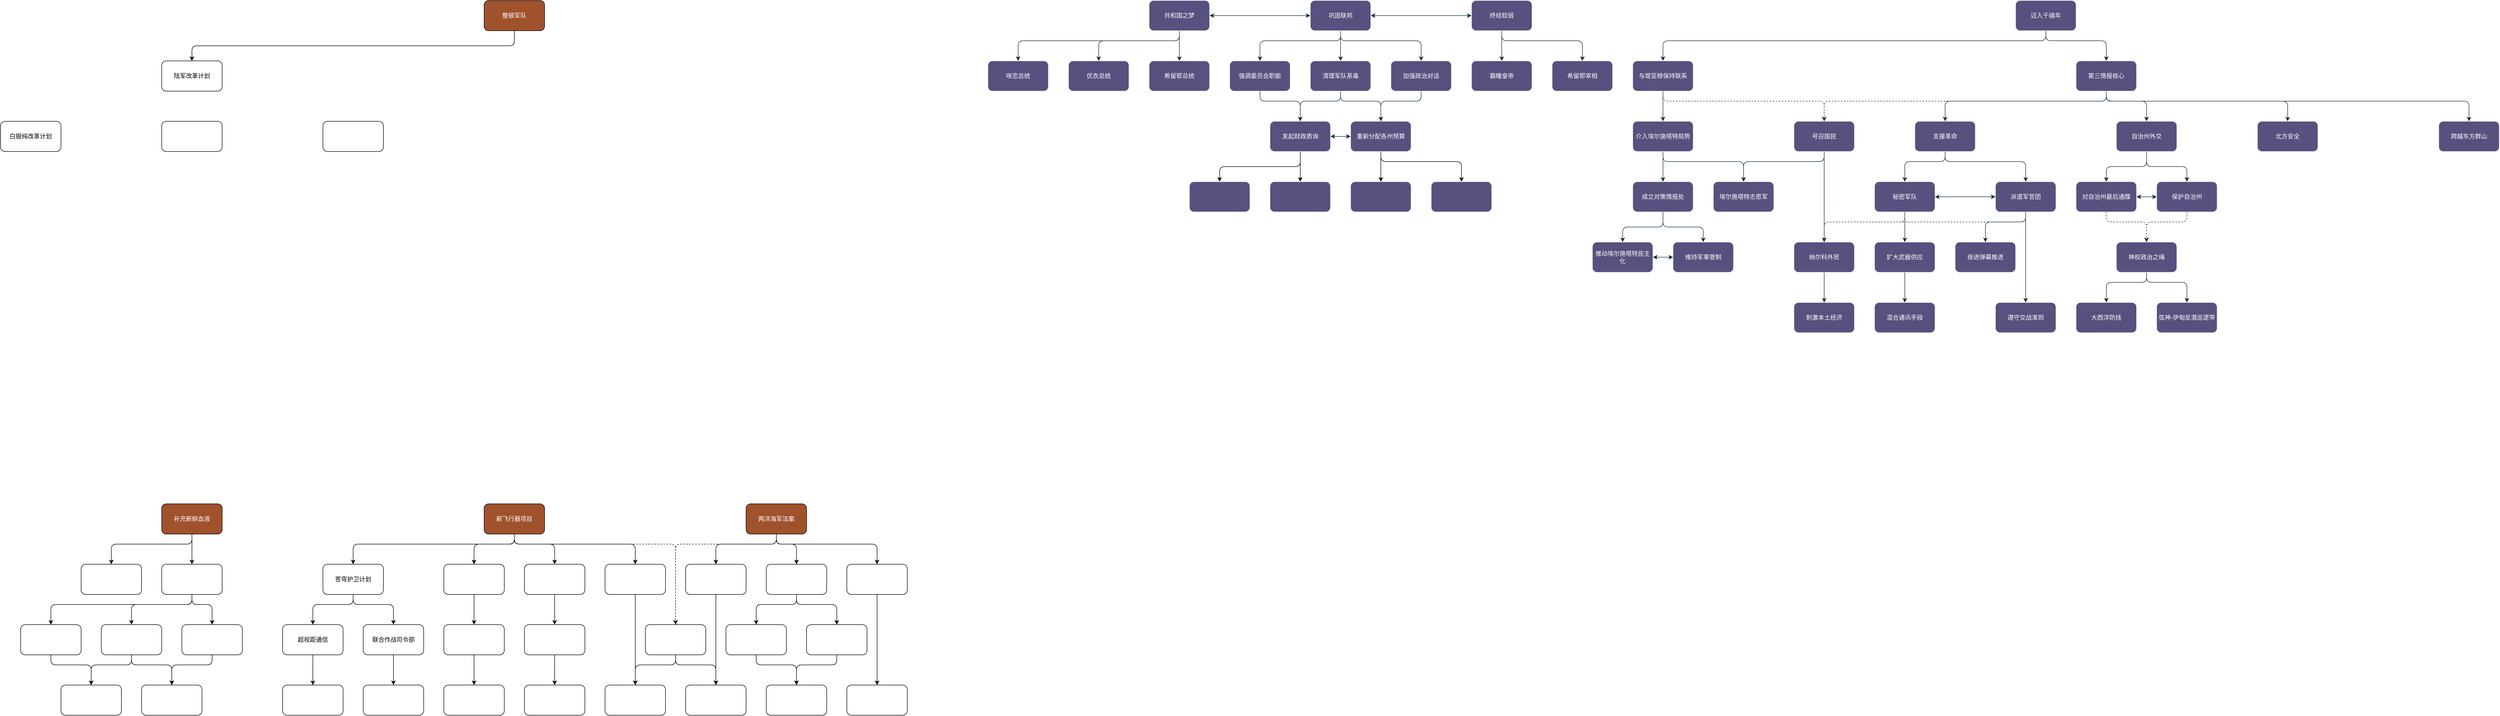
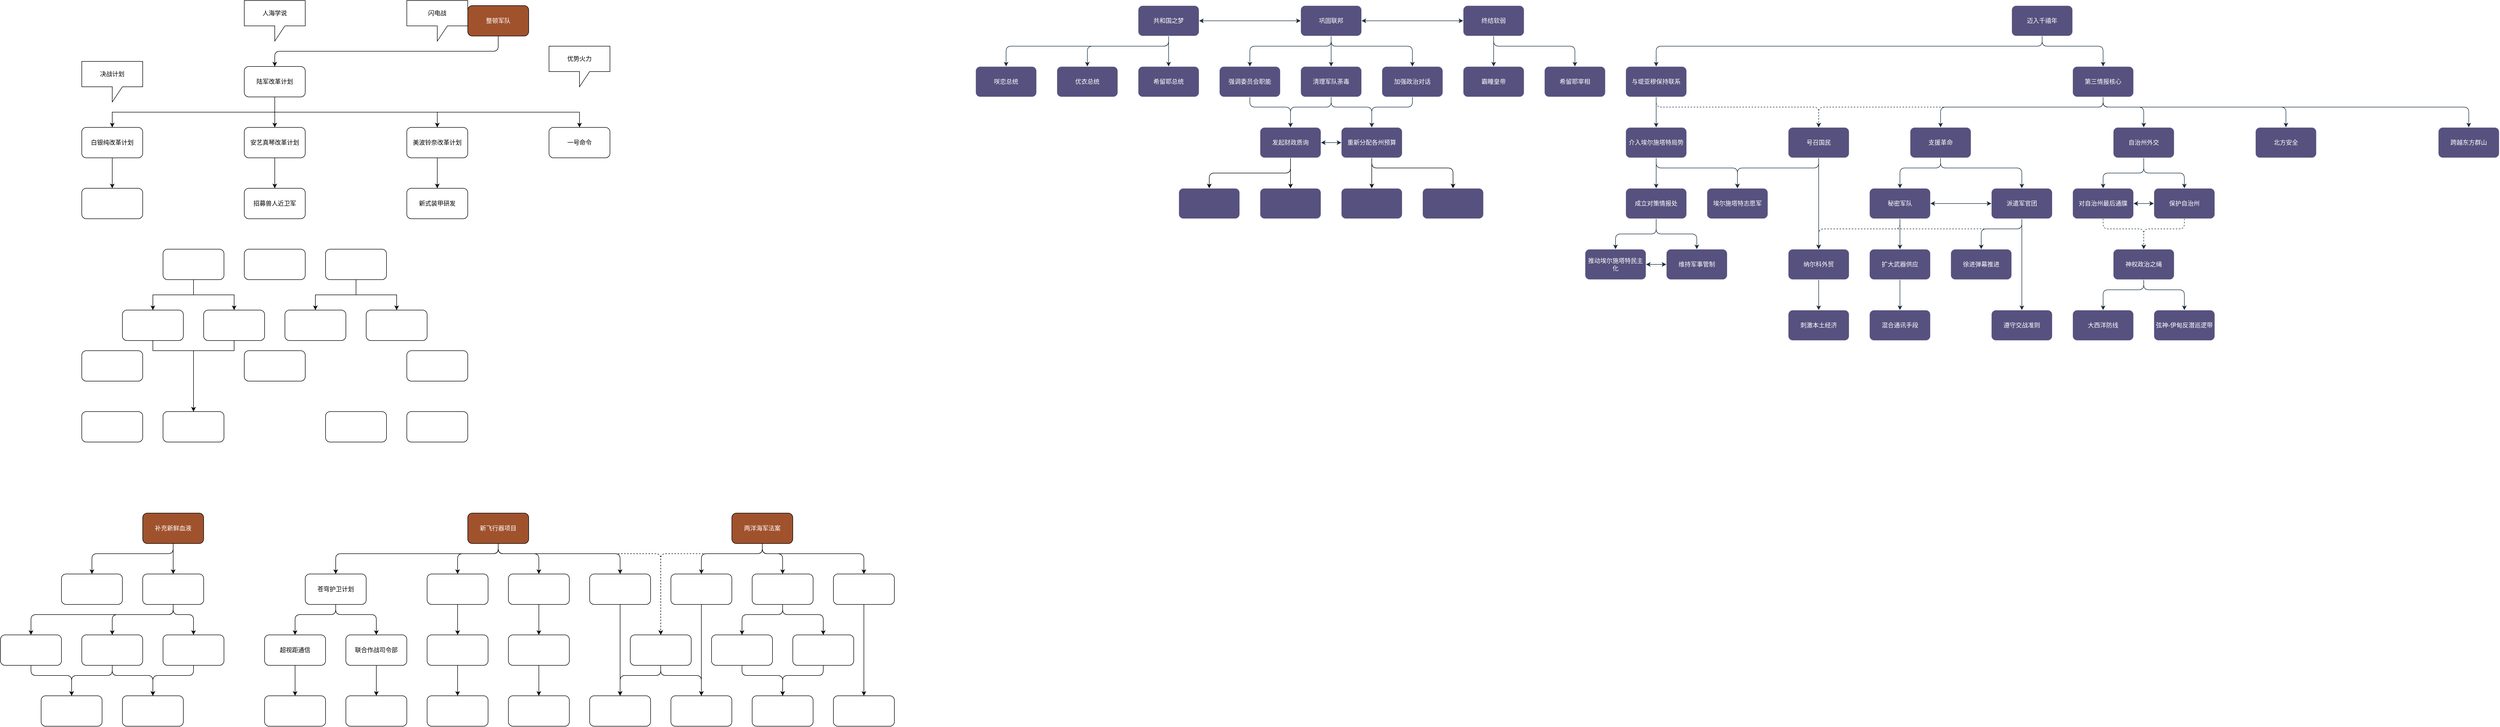
<mxfile host="Electron" agent="Mozilla/5.0 (Windows NT 10.0; Win64; x64) AppleWebKit/537.36 (KHTML, like Gecko) draw.io/29.6.1 Chrome/142.0.7444.265 Electron/39.8.0 Safari/537.36">
  <diagram id="-BRsSJGr8F3-bNamjoG0" name="第 2 页">
-     <mxGraphModel dx="6413" dy="5380" grid="1" gridSize="10" guides="1" tooltips="1" connect="1" arrows="1" fold="1" page="1" pageScale="1" pageWidth="5090" pageHeight="2400" background="#ffffff" math="0" shadow="0">
+     <mxGraphModel dx="1178" dy="736" grid="1" gridSize="10" guides="1" tooltips="1" connect="1" arrows="1" fold="1" page="1" pageScale="1" pageWidth="5090" pageHeight="2400" background="#ffffff" math="0" shadow="0">
      <root>
        <mxCell id="0" />
        <mxCell id="1" parent="0" />
        <mxCell id="Id7lXN9A65SUMVA4P9e4-4" edge="1" parent="1" source="5yxxAlCh5h2w9psgIRNF-1" style="edgeStyle=orthogonalEdgeStyle;rounded=1;orthogonalLoop=1;jettySize=auto;html=1;exitX=0.5;exitY=1;exitDx=0;exitDy=0;entryX=0.5;entryY=0;entryDx=0;entryDy=0;strokeColor=#182E3E;fontColor=default;labelBackgroundColor=none;" target="5yxxAlCh5h2w9psgIRNF-2">
          <mxGeometry relative="1" as="geometry">
            <Array as="points">
              <mxPoint x="2740" y="120" />
              <mxPoint x="2580" y="120" />
            </Array>
          </mxGeometry>
        </mxCell>
        <mxCell id="Id7lXN9A65SUMVA4P9e4-5" edge="1" parent="1" source="5yxxAlCh5h2w9psgIRNF-1" style="edgeStyle=orthogonalEdgeStyle;rounded=1;orthogonalLoop=1;jettySize=auto;html=1;exitX=0.5;exitY=1;exitDx=0;exitDy=0;entryX=0.5;entryY=0;entryDx=0;entryDy=0;strokeColor=#182E3E;fontColor=default;labelBackgroundColor=none;" target="5yxxAlCh5h2w9psgIRNF-3">
          <mxGeometry relative="1" as="geometry" />
        </mxCell>
        <mxCell id="Id7lXN9A65SUMVA4P9e4-6" edge="1" parent="1" source="5yxxAlCh5h2w9psgIRNF-1" style="edgeStyle=orthogonalEdgeStyle;rounded=1;orthogonalLoop=1;jettySize=auto;html=1;exitX=0.5;exitY=1;exitDx=0;exitDy=0;entryX=0.5;entryY=0;entryDx=0;entryDy=0;strokeColor=#182E3E;fontColor=default;labelBackgroundColor=none;" target="5yxxAlCh5h2w9psgIRNF-4">
          <mxGeometry relative="1" as="geometry">
            <Array as="points">
              <mxPoint x="2740" y="120" />
              <mxPoint x="2900" y="120" />
            </Array>
          </mxGeometry>
        </mxCell>
        <mxCell id="5yxxAlCh5h2w9psgIRNF-1" parent="1" style="rounded=1;whiteSpace=wrap;html=1;labelBackgroundColor=none;fillColor=#56517E;strokeColor=#EEEEEE;fontColor=#FFFFFF;" value="巩固联邦" vertex="1">
          <mxGeometry height="60" width="120" x="2680" y="40" as="geometry" />
        </mxCell>
        <mxCell id="n0v4dYndRxc84nL3mO78-68" edge="1" parent="1" source="5yxxAlCh5h2w9psgIRNF-2" style="edgeStyle=orthogonalEdgeStyle;rounded=1;orthogonalLoop=1;jettySize=auto;html=1;exitX=0.5;exitY=1;exitDx=0;exitDy=0;entryX=0.5;entryY=0;entryDx=0;entryDy=0;strokeColor=#182E3E;" target="n0v4dYndRxc84nL3mO78-66">
          <mxGeometry relative="1" as="geometry">
            <Array as="points">
              <mxPoint x="2580" y="240" />
              <mxPoint x="2660" y="240" />
            </Array>
          </mxGeometry>
        </mxCell>
        <mxCell id="5yxxAlCh5h2w9psgIRNF-2" parent="1" style="rounded=1;whiteSpace=wrap;html=1;labelBackgroundColor=none;fillColor=#56517E;strokeColor=#EEEEEE;fontColor=#FFFFFF;" value="强调委员会职能" vertex="1">
          <mxGeometry height="60" width="120" x="2520" y="160" as="geometry" />
        </mxCell>
        <mxCell id="n0v4dYndRxc84nL3mO78-69" edge="1" parent="1" source="5yxxAlCh5h2w9psgIRNF-3" style="edgeStyle=orthogonalEdgeStyle;rounded=1;orthogonalLoop=1;jettySize=auto;html=1;exitX=0.5;exitY=1;exitDx=0;exitDy=0;entryX=0.5;entryY=0;entryDx=0;entryDy=0;strokeColor=#182E3E;" target="n0v4dYndRxc84nL3mO78-66">
          <mxGeometry relative="1" as="geometry">
            <Array as="points">
              <mxPoint x="2740" y="240" />
              <mxPoint x="2660" y="240" />
            </Array>
          </mxGeometry>
        </mxCell>
        <mxCell id="n0v4dYndRxc84nL3mO78-70" edge="1" parent="1" source="5yxxAlCh5h2w9psgIRNF-3" style="edgeStyle=orthogonalEdgeStyle;rounded=1;orthogonalLoop=1;jettySize=auto;html=1;exitX=0.5;exitY=1;exitDx=0;exitDy=0;entryX=0.5;entryY=0;entryDx=0;entryDy=0;strokeColor=#182E3E;" target="n0v4dYndRxc84nL3mO78-67">
          <mxGeometry relative="1" as="geometry">
            <Array as="points">
              <mxPoint x="2740" y="240" />
              <mxPoint x="2820" y="240" />
            </Array>
          </mxGeometry>
        </mxCell>
        <mxCell id="5yxxAlCh5h2w9psgIRNF-3" parent="1" style="rounded=1;whiteSpace=wrap;html=1;labelBackgroundColor=none;fillColor=#56517E;strokeColor=#EEEEEE;fontColor=#FFFFFF;" value="清理军队荼毒" vertex="1">
          <mxGeometry height="60" width="120" x="2680" y="160" as="geometry" />
        </mxCell>
        <mxCell id="n0v4dYndRxc84nL3mO78-71" edge="1" parent="1" source="5yxxAlCh5h2w9psgIRNF-4" style="edgeStyle=orthogonalEdgeStyle;rounded=1;orthogonalLoop=1;jettySize=auto;html=1;exitX=0.5;exitY=1;exitDx=0;exitDy=0;entryX=0.5;entryY=0;entryDx=0;entryDy=0;strokeColor=#182E3E;" target="n0v4dYndRxc84nL3mO78-67">
          <mxGeometry relative="1" as="geometry">
            <Array as="points">
              <mxPoint x="2900" y="240" />
              <mxPoint x="2820" y="240" />
            </Array>
          </mxGeometry>
        </mxCell>
        <mxCell id="5yxxAlCh5h2w9psgIRNF-4" parent="1" style="rounded=1;whiteSpace=wrap;html=1;labelBackgroundColor=none;fillColor=#56517E;strokeColor=#EEEEEE;fontColor=#FFFFFF;" value="加强政治对话" vertex="1">
          <mxGeometry height="60" width="120" x="2840" y="160" as="geometry" />
        </mxCell>
        <mxCell id="n0v4dYndRxc84nL3mO78-81" edge="1" parent="1" source="Id7lXN9A65SUMVA4P9e4-1" style="edgeStyle=orthogonalEdgeStyle;rounded=1;orthogonalLoop=1;jettySize=auto;html=1;exitX=0.5;exitY=1;exitDx=0;exitDy=0;entryX=0.5;entryY=0;entryDx=0;entryDy=0;strokeColor=#182E3E;" target="n0v4dYndRxc84nL3mO78-80">
          <mxGeometry relative="1" as="geometry">
            <Array as="points">
              <mxPoint x="2420" y="120" />
              <mxPoint x="2100" y="120" />
            </Array>
          </mxGeometry>
        </mxCell>
        <mxCell id="n0v4dYndRxc84nL3mO78-82" edge="1" parent="1" source="Id7lXN9A65SUMVA4P9e4-1" style="edgeStyle=orthogonalEdgeStyle;rounded=1;orthogonalLoop=1;jettySize=auto;html=1;exitX=0.5;exitY=1;exitDx=0;exitDy=0;entryX=0.5;entryY=0;entryDx=0;entryDy=0;strokeColor=#182E3E;" target="n0v4dYndRxc84nL3mO78-79">
          <mxGeometry relative="1" as="geometry">
            <Array as="points">
              <mxPoint x="2420" y="120" />
              <mxPoint x="2260" y="120" />
            </Array>
          </mxGeometry>
        </mxCell>
        <mxCell id="n0v4dYndRxc84nL3mO78-83" edge="1" parent="1" source="Id7lXN9A65SUMVA4P9e4-1" style="edgeStyle=orthogonalEdgeStyle;rounded=1;orthogonalLoop=1;jettySize=auto;html=1;exitX=0.5;exitY=1;exitDx=0;exitDy=0;entryX=0.5;entryY=0;entryDx=0;entryDy=0;strokeColor=#182E3E;" target="n0v4dYndRxc84nL3mO78-78">
          <mxGeometry relative="1" as="geometry" />
        </mxCell>
        <mxCell id="Id7lXN9A65SUMVA4P9e4-1" parent="1" style="rounded=1;whiteSpace=wrap;html=1;labelBackgroundColor=none;fillColor=#56517E;strokeColor=#EEEEEE;fontColor=#FFFFFF;" value="共和国之梦" vertex="1">
          <mxGeometry height="60" width="120" x="2360" y="40" as="geometry" />
        </mxCell>
        <mxCell id="n0v4dYndRxc84nL3mO78-87" edge="1" parent="1" source="Id7lXN9A65SUMVA4P9e4-2" style="edgeStyle=orthogonalEdgeStyle;rounded=1;orthogonalLoop=1;jettySize=auto;html=1;exitX=0.5;exitY=1;exitDx=0;exitDy=0;entryX=0.5;entryY=0;entryDx=0;entryDy=0;strokeColor=#182E3E;" target="n0v4dYndRxc84nL3mO78-84">
          <mxGeometry relative="1" as="geometry" />
        </mxCell>
        <mxCell id="n0v4dYndRxc84nL3mO78-88" edge="1" parent="1" source="Id7lXN9A65SUMVA4P9e4-2" style="edgeStyle=orthogonalEdgeStyle;rounded=1;orthogonalLoop=1;jettySize=auto;html=1;exitX=0.5;exitY=1;exitDx=0;exitDy=0;entryX=0.5;entryY=0;entryDx=0;entryDy=0;strokeColor=#182E3E;" target="n0v4dYndRxc84nL3mO78-86">
          <mxGeometry relative="1" as="geometry">
            <Array as="points">
              <mxPoint x="3060" y="120" />
              <mxPoint x="3220" y="120" />
            </Array>
          </mxGeometry>
        </mxCell>
        <mxCell id="Id7lXN9A65SUMVA4P9e4-2" parent="1" style="rounded=1;whiteSpace=wrap;html=1;labelBackgroundColor=none;fillColor=#56517E;strokeColor=#EEEEEE;fontColor=#FFFFFF;" value="终结软弱" vertex="1">
          <mxGeometry height="60" width="120" x="3000" y="40" as="geometry" />
        </mxCell>
        <mxCell id="Id7lXN9A65SUMVA4P9e4-7" edge="1" parent="1" source="Id7lXN9A65SUMVA4P9e4-1" style="endArrow=classic;startArrow=classic;html=1;rounded=1;strokeColor=#182E3E;fontColor=default;entryX=0;entryY=0.5;entryDx=0;entryDy=0;exitX=1;exitY=0.5;exitDx=0;exitDy=0;labelBackgroundColor=none;" target="5yxxAlCh5h2w9psgIRNF-1" value="">
          <mxGeometry height="50" relative="1" width="50" as="geometry">
            <mxPoint x="2440" y="300" as="sourcePoint" />
            <mxPoint x="2490" y="250" as="targetPoint" />
          </mxGeometry>
        </mxCell>
        <mxCell id="Id7lXN9A65SUMVA4P9e4-8" edge="1" parent="1" source="5yxxAlCh5h2w9psgIRNF-1" style="endArrow=classic;startArrow=classic;html=1;rounded=1;strokeColor=#182E3E;fontColor=default;entryX=0;entryY=0.5;entryDx=0;entryDy=0;exitX=1;exitY=0.5;exitDx=0;exitDy=0;labelBackgroundColor=none;" target="Id7lXN9A65SUMVA4P9e4-2" value="">
          <mxGeometry height="50" relative="1" width="50" as="geometry">
            <mxPoint x="2750" y="350" as="sourcePoint" />
            <mxPoint x="2800" y="300" as="targetPoint" />
          </mxGeometry>
        </mxCell>
        <mxCell id="n0v4dYndRxc84nL3mO78-38" edge="1" parent="1" source="Id7lXN9A65SUMVA4P9e4-9" style="edgeStyle=orthogonalEdgeStyle;rounded=1;orthogonalLoop=1;jettySize=auto;html=1;exitX=0.5;exitY=1;exitDx=0;exitDy=0;entryX=0.5;entryY=0;entryDx=0;entryDy=0;strokeColor=#182E3E;" target="Id7lXN9A65SUMVA4P9e4-13">
          <mxGeometry relative="1" as="geometry">
            <Array as="points">
              <mxPoint x="4140" y="120" />
              <mxPoint x="4260" y="120" />
            </Array>
          </mxGeometry>
        </mxCell>
        <mxCell id="n0v4dYndRxc84nL3mO78-41" edge="1" parent="1" source="Id7lXN9A65SUMVA4P9e4-9" style="edgeStyle=orthogonalEdgeStyle;rounded=1;orthogonalLoop=1;jettySize=auto;html=1;exitX=0.5;exitY=1;exitDx=0;exitDy=0;entryX=0.5;entryY=0;entryDx=0;entryDy=0;strokeColor=#182E3E;" target="n0v4dYndRxc84nL3mO78-40">
          <mxGeometry relative="1" as="geometry">
            <Array as="points">
              <mxPoint x="4140" y="120" />
              <mxPoint x="3380" y="120" />
            </Array>
          </mxGeometry>
        </mxCell>
        <mxCell id="Id7lXN9A65SUMVA4P9e4-9" parent="1" style="rounded=1;whiteSpace=wrap;html=1;strokeColor=#EEEEEE;fontColor=#FFFFFF;fillColor=#56517E;labelBackgroundColor=none;" value="迈入千禧年" vertex="1">
          <mxGeometry height="60" width="120" x="4080" y="40" as="geometry" />
        </mxCell>
        <mxCell id="n0v4dYndRxc84nL3mO78-7" edge="1" parent="1" source="Id7lXN9A65SUMVA4P9e4-13" style="edgeStyle=orthogonalEdgeStyle;rounded=1;orthogonalLoop=1;jettySize=auto;html=1;exitX=0.5;exitY=1;exitDx=0;exitDy=0;entryX=0.5;entryY=0;entryDx=0;entryDy=0;strokeColor=#182E3E;dashed=1;" target="n0v4dYndRxc84nL3mO78-6">
          <mxGeometry relative="1" as="geometry">
            <Array as="points">
              <mxPoint x="4260" y="240" />
              <mxPoint x="3700" y="240" />
            </Array>
          </mxGeometry>
        </mxCell>
        <mxCell id="n0v4dYndRxc84nL3mO78-44" edge="1" parent="1" source="Id7lXN9A65SUMVA4P9e4-13" style="edgeStyle=orthogonalEdgeStyle;rounded=1;orthogonalLoop=1;jettySize=auto;html=1;exitX=0.5;exitY=1;exitDx=0;exitDy=0;entryX=0.5;entryY=0;entryDx=0;entryDy=0;strokeColor=#182E3E;" target="n0v4dYndRxc84nL3mO78-1">
          <mxGeometry relative="1" as="geometry">
            <Array as="points">
              <mxPoint x="4260" y="240" />
              <mxPoint x="3940" y="240" />
            </Array>
          </mxGeometry>
        </mxCell>
        <mxCell id="n0v4dYndRxc84nL3mO78-47" edge="1" parent="1" source="Id7lXN9A65SUMVA4P9e4-13" style="edgeStyle=orthogonalEdgeStyle;rounded=1;orthogonalLoop=1;jettySize=auto;html=1;exitX=0.5;exitY=1;exitDx=0;exitDy=0;entryX=0.5;entryY=0;entryDx=0;entryDy=0;strokeColor=#182E3E;" target="n0v4dYndRxc84nL3mO78-45">
          <mxGeometry relative="1" as="geometry">
            <Array as="points">
              <mxPoint x="4260" y="240" />
              <mxPoint x="4340" y="240" />
            </Array>
          </mxGeometry>
        </mxCell>
        <mxCell id="n0v4dYndRxc84nL3mO78-49" edge="1" parent="1" source="Id7lXN9A65SUMVA4P9e4-13" style="edgeStyle=orthogonalEdgeStyle;rounded=1;orthogonalLoop=1;jettySize=auto;html=1;exitX=0.5;exitY=1;exitDx=0;exitDy=0;entryX=0.5;entryY=0;entryDx=0;entryDy=0;strokeColor=#182E3E;" target="n0v4dYndRxc84nL3mO78-46">
          <mxGeometry relative="1" as="geometry">
            <Array as="points">
              <mxPoint x="4260" y="240" />
              <mxPoint x="4620" y="240" />
            </Array>
          </mxGeometry>
        </mxCell>
        <mxCell id="n0v4dYndRxc84nL3mO78-50" edge="1" parent="1" source="Id7lXN9A65SUMVA4P9e4-13" style="edgeStyle=orthogonalEdgeStyle;rounded=1;orthogonalLoop=1;jettySize=auto;html=1;exitX=0.5;exitY=1;exitDx=0;exitDy=0;entryX=0.5;entryY=0;entryDx=0;entryDy=0;strokeColor=#182E3E;" target="n0v4dYndRxc84nL3mO78-48">
          <mxGeometry relative="1" as="geometry">
            <Array as="points">
              <mxPoint x="4260" y="240" />
              <mxPoint x="4980" y="240" />
            </Array>
          </mxGeometry>
        </mxCell>
        <mxCell id="Id7lXN9A65SUMVA4P9e4-13" parent="1" style="rounded=1;whiteSpace=wrap;html=1;strokeColor=#EEEEEE;fontColor=#FFFFFF;fillColor=#56517E;labelBackgroundColor=none;" value="第三情报核心" vertex="1">
          <mxGeometry height="60" width="120" x="4200" y="160" as="geometry" />
        </mxCell>
        <mxCell id="n0v4dYndRxc84nL3mO78-12" edge="1" parent="1" source="Id7lXN9A65SUMVA4P9e4-15" style="edgeStyle=orthogonalEdgeStyle;rounded=1;orthogonalLoop=1;jettySize=auto;html=1;exitX=0.5;exitY=1;exitDx=0;exitDy=0;entryX=0.5;entryY=0;entryDx=0;entryDy=0;strokeColor=#182E3E;" target="n0v4dYndRxc84nL3mO78-11">
          <mxGeometry relative="1" as="geometry">
            <Array as="points">
              <mxPoint x="3380" y="360" />
              <mxPoint x="3540" y="360" />
            </Array>
          </mxGeometry>
        </mxCell>
        <mxCell id="n0v4dYndRxc84nL3mO78-30" edge="1" parent="1" source="Id7lXN9A65SUMVA4P9e4-15" style="edgeStyle=orthogonalEdgeStyle;rounded=1;orthogonalLoop=1;jettySize=auto;html=1;exitX=0.5;exitY=1;exitDx=0;exitDy=0;entryX=0.5;entryY=0;entryDx=0;entryDy=0;strokeColor=#182E3E;" target="n0v4dYndRxc84nL3mO78-29">
          <mxGeometry relative="1" as="geometry" />
        </mxCell>
        <mxCell id="Id7lXN9A65SUMVA4P9e4-15" parent="1" style="rounded=1;whiteSpace=wrap;html=1;strokeColor=#EEEEEE;fontColor=#FFFFFF;fillColor=#56517E;labelBackgroundColor=none;" value="介入埃尔施塔特局势" vertex="1">
          <mxGeometry height="60" width="120" x="3320" y="280" as="geometry" />
        </mxCell>
        <mxCell id="n0v4dYndRxc84nL3mO78-14" edge="1" parent="1" source="n0v4dYndRxc84nL3mO78-1" style="edgeStyle=orthogonalEdgeStyle;rounded=1;orthogonalLoop=1;jettySize=auto;html=1;exitX=0.5;exitY=1;exitDx=0;exitDy=0;entryX=0.5;entryY=0;entryDx=0;entryDy=0;strokeColor=#182E3E;" target="n0v4dYndRxc84nL3mO78-10">
          <mxGeometry relative="1" as="geometry">
            <Array as="points">
              <mxPoint x="3940" y="360" />
              <mxPoint x="4100" y="360" />
            </Array>
          </mxGeometry>
        </mxCell>
        <mxCell id="n0v4dYndRxc84nL3mO78-16" edge="1" parent="1" source="n0v4dYndRxc84nL3mO78-1" style="edgeStyle=orthogonalEdgeStyle;rounded=1;orthogonalLoop=1;jettySize=auto;html=1;exitX=0.5;exitY=1;exitDx=0;exitDy=0;entryX=0.5;entryY=0;entryDx=0;entryDy=0;strokeColor=#182E3E;" target="n0v4dYndRxc84nL3mO78-15">
          <mxGeometry relative="1" as="geometry">
            <Array as="points">
              <mxPoint x="3940" y="360" />
              <mxPoint x="3860" y="360" />
            </Array>
          </mxGeometry>
        </mxCell>
        <mxCell id="n0v4dYndRxc84nL3mO78-1" parent="1" style="rounded=1;whiteSpace=wrap;html=1;labelBackgroundColor=none;fillColor=#56517E;strokeColor=#EEEEEE;fontColor=#FFFFFF;" value="支援革命" vertex="1">
          <mxGeometry height="60" width="120" x="3880" y="280" as="geometry" />
        </mxCell>
        <mxCell id="n0v4dYndRxc84nL3mO78-9" edge="1" parent="1" source="n0v4dYndRxc84nL3mO78-6" style="edgeStyle=orthogonalEdgeStyle;rounded=1;orthogonalLoop=1;jettySize=auto;html=1;exitX=0.5;exitY=1;exitDx=0;exitDy=0;entryX=0.5;entryY=0;entryDx=0;entryDy=0;strokeColor=#182E3E;" target="n0v4dYndRxc84nL3mO78-8">
          <mxGeometry relative="1" as="geometry" />
        </mxCell>
        <mxCell id="n0v4dYndRxc84nL3mO78-13" edge="1" parent="1" source="n0v4dYndRxc84nL3mO78-6" style="edgeStyle=orthogonalEdgeStyle;rounded=1;orthogonalLoop=1;jettySize=auto;html=1;exitX=0.5;exitY=1;exitDx=0;exitDy=0;entryX=0.5;entryY=0;entryDx=0;entryDy=0;strokeColor=#182E3E;" target="n0v4dYndRxc84nL3mO78-11">
          <mxGeometry relative="1" as="geometry">
            <Array as="points">
              <mxPoint x="3700" y="360" />
              <mxPoint x="3540" y="360" />
            </Array>
          </mxGeometry>
        </mxCell>
        <mxCell id="n0v4dYndRxc84nL3mO78-6" parent="1" style="rounded=1;whiteSpace=wrap;html=1;strokeColor=#EEEEEE;fontColor=#FFFFFF;fillColor=#56517E;" value="号召国民" vertex="1">
          <mxGeometry height="60" width="120" x="3640" y="280" as="geometry" />
        </mxCell>
        <mxCell id="n0v4dYndRxc84nL3mO78-36" edge="1" parent="1" source="n0v4dYndRxc84nL3mO78-8" style="edgeStyle=orthogonalEdgeStyle;rounded=1;orthogonalLoop=1;jettySize=auto;html=1;exitX=0.5;exitY=1;exitDx=0;exitDy=0;entryX=0.5;entryY=0;entryDx=0;entryDy=0;strokeColor=#182E3E;" target="n0v4dYndRxc84nL3mO78-35">
          <mxGeometry relative="1" as="geometry" />
        </mxCell>
        <mxCell id="n0v4dYndRxc84nL3mO78-8" parent="1" style="rounded=1;whiteSpace=wrap;html=1;strokeColor=#EEEEEE;fontColor=#FFFFFF;fillColor=#56517E;" value="纳尔科外贸" vertex="1">
          <mxGeometry height="60" width="120" x="3640" y="520" as="geometry" />
        </mxCell>
        <mxCell id="n0v4dYndRxc84nL3mO78-20" edge="1" parent="1" source="n0v4dYndRxc84nL3mO78-10" style="edgeStyle=orthogonalEdgeStyle;rounded=1;orthogonalLoop=1;jettySize=auto;html=1;exitX=0.5;exitY=1;exitDx=0;exitDy=0;entryX=0.5;entryY=0;entryDx=0;entryDy=0;strokeColor=#182E3E;" target="n0v4dYndRxc84nL3mO78-19">
          <mxGeometry relative="1" as="geometry" />
        </mxCell>
        <mxCell id="n0v4dYndRxc84nL3mO78-21" edge="1" parent="1" source="n0v4dYndRxc84nL3mO78-10" style="edgeStyle=orthogonalEdgeStyle;rounded=1;orthogonalLoop=1;jettySize=auto;html=1;exitX=0.5;exitY=1;exitDx=0;exitDy=0;strokeColor=#182E3E;entryX=0.5;entryY=0;entryDx=0;entryDy=0;" target="n0v4dYndRxc84nL3mO78-18">
          <mxGeometry relative="1" as="geometry">
            <Array as="points">
              <mxPoint x="4100" y="480" />
              <mxPoint x="4020" y="480" />
            </Array>
            <mxPoint x="4030" y="510" as="targetPoint" />
          </mxGeometry>
        </mxCell>
        <mxCell id="n0v4dYndRxc84nL3mO78-26" edge="1" parent="1" source="n0v4dYndRxc84nL3mO78-10" style="edgeStyle=orthogonalEdgeStyle;rounded=1;orthogonalLoop=1;jettySize=auto;html=1;exitX=0.5;exitY=1;exitDx=0;exitDy=0;entryX=0.5;entryY=0;entryDx=0;entryDy=0;strokeColor=#182E3E;dashed=1;" target="n0v4dYndRxc84nL3mO78-8">
          <mxGeometry relative="1" as="geometry">
            <Array as="points">
              <mxPoint x="4100" y="480" />
              <mxPoint x="3700" y="480" />
            </Array>
          </mxGeometry>
        </mxCell>
        <mxCell id="n0v4dYndRxc84nL3mO78-10" parent="1" style="rounded=1;whiteSpace=wrap;html=1;strokeColor=#EEEEEE;fontColor=#FFFFFF;fillColor=#56517E;" value="派遣军官团" vertex="1">
          <mxGeometry height="60" width="120" x="4040" y="400" as="geometry" />
        </mxCell>
        <mxCell id="n0v4dYndRxc84nL3mO78-11" parent="1" style="rounded=1;whiteSpace=wrap;html=1;strokeColor=#EEEEEE;fontColor=#FFFFFF;fillColor=#56517E;" value="埃尔施塔特志愿军" vertex="1">
          <mxGeometry height="60" width="120" x="3480" y="400" as="geometry" />
        </mxCell>
        <mxCell id="n0v4dYndRxc84nL3mO78-24" edge="1" parent="1" source="n0v4dYndRxc84nL3mO78-15" style="edgeStyle=orthogonalEdgeStyle;rounded=1;orthogonalLoop=1;jettySize=auto;html=1;exitX=0.5;exitY=1;exitDx=0;exitDy=0;entryX=0.5;entryY=0;entryDx=0;entryDy=0;strokeColor=#182E3E;" target="n0v4dYndRxc84nL3mO78-22">
          <mxGeometry relative="1" as="geometry" />
        </mxCell>
        <mxCell id="n0v4dYndRxc84nL3mO78-27" edge="1" parent="1" source="n0v4dYndRxc84nL3mO78-15" style="edgeStyle=orthogonalEdgeStyle;rounded=1;orthogonalLoop=1;jettySize=auto;html=1;exitX=0.5;exitY=1;exitDx=0;exitDy=0;entryX=0.5;entryY=0;entryDx=0;entryDy=0;strokeColor=#182E3E;dashed=1;" target="n0v4dYndRxc84nL3mO78-8">
          <mxGeometry relative="1" as="geometry">
            <Array as="points">
              <mxPoint x="3860" y="480" />
              <mxPoint x="3700" y="480" />
            </Array>
          </mxGeometry>
        </mxCell>
        <mxCell id="n0v4dYndRxc84nL3mO78-15" parent="1" style="rounded=1;whiteSpace=wrap;html=1;strokeColor=#EEEEEE;fontColor=#FFFFFF;fillColor=#56517E;" value="秘密军队" vertex="1">
          <mxGeometry height="60" width="120" x="3800" y="400" as="geometry" />
        </mxCell>
        <mxCell id="n0v4dYndRxc84nL3mO78-17" edge="1" parent="1" source="n0v4dYndRxc84nL3mO78-10" style="endArrow=classic;startArrow=classic;html=1;rounded=1;strokeColor=#182E3E;entryX=1;entryY=0.5;entryDx=0;entryDy=0;exitX=0;exitY=0.5;exitDx=0;exitDy=0;" target="n0v4dYndRxc84nL3mO78-15" value="">
          <mxGeometry height="50" relative="1" width="50" as="geometry">
            <mxPoint x="3920" y="189.38" as="sourcePoint" />
            <mxPoint x="3720" y="189.38" as="targetPoint" />
          </mxGeometry>
        </mxCell>
        <mxCell id="n0v4dYndRxc84nL3mO78-18" parent="1" style="rounded=1;whiteSpace=wrap;html=1;strokeColor=#EEEEEE;fontColor=#FFFFFF;fillColor=#56517E;" value="徐进弹幕推进" vertex="1">
          <mxGeometry height="60" width="120" x="3960" y="520" as="geometry" />
        </mxCell>
        <mxCell id="n0v4dYndRxc84nL3mO78-19" parent="1" style="rounded=1;whiteSpace=wrap;html=1;strokeColor=#EEEEEE;fontColor=#FFFFFF;fillColor=#56517E;" value="遵守交战准则" vertex="1">
          <mxGeometry height="60" width="120" x="4040" y="640" as="geometry" />
        </mxCell>
        <mxCell id="n0v4dYndRxc84nL3mO78-25" edge="1" parent="1" source="n0v4dYndRxc84nL3mO78-22" style="edgeStyle=orthogonalEdgeStyle;rounded=1;orthogonalLoop=1;jettySize=auto;html=1;exitX=0.5;exitY=1;exitDx=0;exitDy=0;entryX=0.5;entryY=0;entryDx=0;entryDy=0;strokeColor=#182E3E;" target="n0v4dYndRxc84nL3mO78-23">
          <mxGeometry relative="1" as="geometry" />
        </mxCell>
        <mxCell id="n0v4dYndRxc84nL3mO78-22" parent="1" style="rounded=1;whiteSpace=wrap;html=1;strokeColor=#EEEEEE;fontColor=#FFFFFF;fillColor=#56517E;" value="扩大武器供应" vertex="1">
          <mxGeometry height="60" width="120" x="3800" y="520" as="geometry" />
        </mxCell>
        <mxCell id="n0v4dYndRxc84nL3mO78-23" parent="1" style="rounded=1;whiteSpace=wrap;html=1;strokeColor=#EEEEEE;fontColor=#FFFFFF;fillColor=#56517E;" value="混合通讯手段" vertex="1">
          <mxGeometry height="60" width="120" x="3800" y="640" as="geometry" />
        </mxCell>
        <mxCell id="n0v4dYndRxc84nL3mO78-33" edge="1" parent="1" source="n0v4dYndRxc84nL3mO78-29" style="edgeStyle=orthogonalEdgeStyle;rounded=1;orthogonalLoop=1;jettySize=auto;html=1;exitX=0.5;exitY=1;exitDx=0;exitDy=0;entryX=0.5;entryY=0;entryDx=0;entryDy=0;strokeColor=#182E3E;" target="n0v4dYndRxc84nL3mO78-32">
          <mxGeometry relative="1" as="geometry" />
        </mxCell>
        <mxCell id="n0v4dYndRxc84nL3mO78-34" edge="1" parent="1" source="n0v4dYndRxc84nL3mO78-29" style="edgeStyle=orthogonalEdgeStyle;rounded=1;orthogonalLoop=1;jettySize=auto;html=1;exitX=0.5;exitY=1;exitDx=0;exitDy=0;entryX=0.5;entryY=0;entryDx=0;entryDy=0;strokeColor=#182E3E;" target="n0v4dYndRxc84nL3mO78-31">
          <mxGeometry relative="1" as="geometry" />
        </mxCell>
        <mxCell id="n0v4dYndRxc84nL3mO78-29" parent="1" style="rounded=1;whiteSpace=wrap;html=1;strokeColor=#EEEEEE;fontColor=#FFFFFF;fillColor=#56517E;" value="成立对策情报处" vertex="1">
          <mxGeometry height="60" width="120" x="3320" y="400" as="geometry" />
        </mxCell>
        <mxCell id="n0v4dYndRxc84nL3mO78-31" parent="1" style="rounded=1;whiteSpace=wrap;html=1;strokeColor=#EEEEEE;fontColor=#FFFFFF;fillColor=#56517E;" value="维持军事管制" vertex="1">
          <mxGeometry height="60" width="120" x="3400" y="520" as="geometry" />
        </mxCell>
        <mxCell id="n0v4dYndRxc84nL3mO78-32" parent="1" style="rounded=1;whiteSpace=wrap;html=1;strokeColor=#EEEEEE;fontColor=#FFFFFF;fillColor=#56517E;" value="推动埃尔施塔特民主化" vertex="1">
          <mxGeometry height="60" width="120" x="3240" y="520" as="geometry" />
        </mxCell>
        <mxCell id="n0v4dYndRxc84nL3mO78-35" parent="1" style="rounded=1;whiteSpace=wrap;html=1;strokeColor=#EEEEEE;fontColor=#FFFFFF;fillColor=#56517E;" value="刺激本土经济" vertex="1">
          <mxGeometry height="60" width="120" x="3640" y="640" as="geometry" />
        </mxCell>
        <mxCell id="n0v4dYndRxc84nL3mO78-37" edge="1" parent="1" source="n0v4dYndRxc84nL3mO78-32" style="endArrow=classic;startArrow=classic;html=1;rounded=1;strokeColor=#182E3E;entryX=0;entryY=0.5;entryDx=0;entryDy=0;exitX=1;exitY=0.5;exitDx=0;exitDy=0;" target="n0v4dYndRxc84nL3mO78-31" value="">
          <mxGeometry height="50" relative="1" width="50" as="geometry">
            <mxPoint x="3330" y="690" as="sourcePoint" />
            <mxPoint x="3380" y="640" as="targetPoint" />
          </mxGeometry>
        </mxCell>
        <mxCell id="n0v4dYndRxc84nL3mO78-42" edge="1" parent="1" source="n0v4dYndRxc84nL3mO78-40" style="edgeStyle=orthogonalEdgeStyle;rounded=1;orthogonalLoop=1;jettySize=auto;html=1;exitX=0.5;exitY=1;exitDx=0;exitDy=0;entryX=0.5;entryY=0;entryDx=0;entryDy=0;strokeColor=#182E3E;" target="Id7lXN9A65SUMVA4P9e4-15">
          <mxGeometry relative="1" as="geometry" />
        </mxCell>
        <mxCell id="n0v4dYndRxc84nL3mO78-43" edge="1" parent="1" source="n0v4dYndRxc84nL3mO78-40" style="edgeStyle=orthogonalEdgeStyle;rounded=1;orthogonalLoop=1;jettySize=auto;html=1;exitX=0.5;exitY=1;exitDx=0;exitDy=0;entryX=0.5;entryY=0;entryDx=0;entryDy=0;strokeColor=#182E3E;dashed=1;" target="n0v4dYndRxc84nL3mO78-6">
          <mxGeometry relative="1" as="geometry">
            <Array as="points">
              <mxPoint x="3380" y="240" />
              <mxPoint x="3700" y="240" />
            </Array>
          </mxGeometry>
        </mxCell>
        <mxCell id="n0v4dYndRxc84nL3mO78-40" parent="1" style="rounded=1;whiteSpace=wrap;html=1;strokeColor=#EEEEEE;fontColor=#FFFFFF;fillColor=#56517E;" value="与堤亚穆保持联系" vertex="1">
          <mxGeometry height="60" width="120" x="3320" y="160" as="geometry" />
        </mxCell>
        <mxCell id="n0v4dYndRxc84nL3mO78-52" edge="1" parent="1" source="n0v4dYndRxc84nL3mO78-45" style="edgeStyle=orthogonalEdgeStyle;rounded=1;orthogonalLoop=1;jettySize=auto;html=1;exitX=0.5;exitY=1;exitDx=0;exitDy=0;entryX=0.5;entryY=0;entryDx=0;entryDy=0;strokeColor=#182E3E;" target="n0v4dYndRxc84nL3mO78-51">
          <mxGeometry relative="1" as="geometry" />
        </mxCell>
        <mxCell id="n0v4dYndRxc84nL3mO78-54" edge="1" parent="1" source="n0v4dYndRxc84nL3mO78-45" style="edgeStyle=orthogonalEdgeStyle;rounded=1;orthogonalLoop=1;jettySize=auto;html=1;exitX=0.5;exitY=1;exitDx=0;exitDy=0;entryX=0.5;entryY=0;entryDx=0;entryDy=0;strokeColor=#182E3E;" target="n0v4dYndRxc84nL3mO78-53">
          <mxGeometry relative="1" as="geometry" />
        </mxCell>
        <mxCell id="n0v4dYndRxc84nL3mO78-45" parent="1" style="rounded=1;whiteSpace=wrap;html=1;strokeColor=#EEEEEE;fontColor=#FFFFFF;fillColor=#56517E;" value="自治州外交" vertex="1">
          <mxGeometry height="60" width="120" x="4280" y="280" as="geometry" />
        </mxCell>
        <mxCell id="n0v4dYndRxc84nL3mO78-46" parent="1" style="rounded=1;whiteSpace=wrap;html=1;strokeColor=#EEEEEE;fontColor=#FFFFFF;fillColor=#56517E;" value="北方安全" vertex="1">
          <mxGeometry height="60" width="120" x="4560" y="280" as="geometry" />
        </mxCell>
        <mxCell id="n0v4dYndRxc84nL3mO78-48" parent="1" style="rounded=1;whiteSpace=wrap;html=1;strokeColor=#EEEEEE;fontColor=#FFFFFF;fillColor=#56517E;" value="跨越东方群山" vertex="1">
          <mxGeometry height="60" width="120" x="4920" y="280" as="geometry" />
        </mxCell>
        <mxCell id="n0v4dYndRxc84nL3mO78-60" edge="1" parent="1" source="n0v4dYndRxc84nL3mO78-51" style="edgeStyle=orthogonalEdgeStyle;rounded=1;orthogonalLoop=1;jettySize=auto;html=1;exitX=0.5;exitY=1;exitDx=0;exitDy=0;entryX=0.5;entryY=0;entryDx=0;entryDy=0;strokeColor=#182E3E;dashed=1;" target="n0v4dYndRxc84nL3mO78-59">
          <mxGeometry relative="1" as="geometry">
            <Array as="points">
              <mxPoint x="4260" y="480" />
              <mxPoint x="4340" y="480" />
            </Array>
          </mxGeometry>
        </mxCell>
        <mxCell id="n0v4dYndRxc84nL3mO78-51" parent="1" style="rounded=1;whiteSpace=wrap;html=1;strokeColor=#EEEEEE;fontColor=#FFFFFF;fillColor=#56517E;" value="对自治州最后通牒" vertex="1">
          <mxGeometry height="60" width="120" x="4200" y="400" as="geometry" />
        </mxCell>
        <mxCell id="n0v4dYndRxc84nL3mO78-61" edge="1" parent="1" source="n0v4dYndRxc84nL3mO78-53" style="edgeStyle=orthogonalEdgeStyle;rounded=1;orthogonalLoop=1;jettySize=auto;html=1;exitX=0.5;exitY=1;exitDx=0;exitDy=0;entryX=0.5;entryY=0;entryDx=0;entryDy=0;strokeColor=#182E3E;dashed=1;" target="n0v4dYndRxc84nL3mO78-59">
          <mxGeometry relative="1" as="geometry">
            <Array as="points">
              <mxPoint x="4420" y="480" />
              <mxPoint x="4340" y="480" />
            </Array>
          </mxGeometry>
        </mxCell>
        <mxCell id="n0v4dYndRxc84nL3mO78-53" parent="1" style="rounded=1;whiteSpace=wrap;html=1;strokeColor=#EEEEEE;fontColor=#FFFFFF;fillColor=#56517E;" value="保护自治州" vertex="1">
          <mxGeometry height="60" width="120" x="4360" y="400" as="geometry" />
        </mxCell>
        <mxCell id="n0v4dYndRxc84nL3mO78-55" edge="1" parent="1" source="n0v4dYndRxc84nL3mO78-51" style="endArrow=classic;startArrow=classic;html=1;rounded=1;strokeColor=#182E3E;entryX=0;entryY=0.5;entryDx=0;entryDy=0;exitX=1;exitY=0.5;exitDx=0;exitDy=0;" target="n0v4dYndRxc84nL3mO78-53" value="">
          <mxGeometry height="50" relative="1" width="50" as="geometry">
            <mxPoint x="4280" y="580" as="sourcePoint" />
            <mxPoint x="4330" y="530" as="targetPoint" />
          </mxGeometry>
        </mxCell>
        <mxCell id="n0v4dYndRxc84nL3mO78-64" edge="1" parent="1" source="n0v4dYndRxc84nL3mO78-59" style="edgeStyle=orthogonalEdgeStyle;rounded=1;orthogonalLoop=1;jettySize=auto;html=1;exitX=0.5;exitY=1;exitDx=0;exitDy=0;entryX=0.5;entryY=0;entryDx=0;entryDy=0;strokeColor=#182E3E;" target="n0v4dYndRxc84nL3mO78-62">
          <mxGeometry relative="1" as="geometry">
            <Array as="points">
              <mxPoint x="4340" y="600" />
              <mxPoint x="4260" y="600" />
            </Array>
          </mxGeometry>
        </mxCell>
        <mxCell id="n0v4dYndRxc84nL3mO78-65" edge="1" parent="1" source="n0v4dYndRxc84nL3mO78-59" style="edgeStyle=orthogonalEdgeStyle;rounded=1;orthogonalLoop=1;jettySize=auto;html=1;exitX=0.5;exitY=1;exitDx=0;exitDy=0;entryX=0.5;entryY=0;entryDx=0;entryDy=0;strokeColor=#182E3E;" target="n0v4dYndRxc84nL3mO78-63">
          <mxGeometry relative="1" as="geometry">
            <Array as="points">
              <mxPoint x="4340" y="600" />
              <mxPoint x="4420" y="600" />
            </Array>
          </mxGeometry>
        </mxCell>
        <mxCell id="n0v4dYndRxc84nL3mO78-59" parent="1" style="rounded=1;whiteSpace=wrap;html=1;strokeColor=#EEEEEE;fontColor=#FFFFFF;fillColor=#56517E;" value="神权政治之绳" vertex="1">
          <mxGeometry height="60" width="120" x="4280" y="520" as="geometry" />
        </mxCell>
        <mxCell id="n0v4dYndRxc84nL3mO78-62" parent="1" style="rounded=1;whiteSpace=wrap;html=1;strokeColor=#EEEEEE;fontColor=#FFFFFF;fillColor=#56517E;" value="大西洋防线" vertex="1">
          <mxGeometry height="60" width="120" x="4200" y="640" as="geometry" />
        </mxCell>
        <mxCell id="n0v4dYndRxc84nL3mO78-63" parent="1" style="rounded=1;whiteSpace=wrap;html=1;strokeColor=#EEEEEE;fontColor=#FFFFFF;fillColor=#56517E;" value="弦神-伊甸反潜巡逻带" vertex="1">
          <mxGeometry height="60" width="120" x="4360" y="640" as="geometry" />
        </mxCell>
        <mxCell id="9MTZrVe1SGaCeQh8uVz--2" edge="1" parent="1" source="n0v4dYndRxc84nL3mO78-66" style="edgeStyle=orthogonalEdgeStyle;rounded=1;orthogonalLoop=1;jettySize=auto;html=1;exitX=0.5;exitY=1;exitDx=0;exitDy=0;entryX=0.5;entryY=0;entryDx=0;entryDy=0;" target="n0v4dYndRxc84nL3mO78-74">
          <mxGeometry relative="1" as="geometry" />
        </mxCell>
        <mxCell id="9MTZrVe1SGaCeQh8uVz--3" edge="1" parent="1" source="n0v4dYndRxc84nL3mO78-66" style="edgeStyle=orthogonalEdgeStyle;rounded=1;orthogonalLoop=1;jettySize=auto;html=1;exitX=0.5;exitY=1;exitDx=0;exitDy=0;entryX=0.5;entryY=0;entryDx=0;entryDy=0;" target="n0v4dYndRxc84nL3mO78-75">
          <mxGeometry relative="1" as="geometry" />
        </mxCell>
        <mxCell id="n0v4dYndRxc84nL3mO78-66" parent="1" style="rounded=1;whiteSpace=wrap;html=1;strokeColor=#EEEEEE;fontColor=#FFFFFF;fillColor=#56517E;" value="发起财政质询" vertex="1">
          <mxGeometry height="60" width="120" x="2600" y="280" as="geometry" />
        </mxCell>
        <mxCell id="9MTZrVe1SGaCeQh8uVz--4" edge="1" parent="1" source="n0v4dYndRxc84nL3mO78-67" style="edgeStyle=orthogonalEdgeStyle;rounded=1;orthogonalLoop=1;jettySize=auto;html=1;exitX=0.5;exitY=1;exitDx=0;exitDy=0;entryX=0.5;entryY=0;entryDx=0;entryDy=0;" target="n0v4dYndRxc84nL3mO78-76">
          <mxGeometry relative="1" as="geometry" />
        </mxCell>
        <mxCell id="9MTZrVe1SGaCeQh8uVz--5" edge="1" parent="1" source="n0v4dYndRxc84nL3mO78-67" style="edgeStyle=orthogonalEdgeStyle;rounded=1;orthogonalLoop=1;jettySize=auto;html=1;exitX=0.5;exitY=1;exitDx=0;exitDy=0;entryX=0.5;entryY=0;entryDx=0;entryDy=0;" target="n0v4dYndRxc84nL3mO78-77">
          <mxGeometry relative="1" as="geometry">
            <Array as="points">
              <mxPoint x="2820" y="360" />
              <mxPoint x="2980" y="360" />
            </Array>
          </mxGeometry>
        </mxCell>
        <mxCell id="n0v4dYndRxc84nL3mO78-67" parent="1" style="rounded=1;whiteSpace=wrap;html=1;strokeColor=#EEEEEE;fontColor=#FFFFFF;fillColor=#56517E;" value="重新分配各州预算" vertex="1">
          <mxGeometry height="60" width="120" x="2760" y="280" as="geometry" />
        </mxCell>
        <mxCell id="n0v4dYndRxc84nL3mO78-73" edge="1" parent="1" source="n0v4dYndRxc84nL3mO78-66" style="endArrow=classic;startArrow=classic;html=1;rounded=1;strokeColor=#182E3E;entryX=0;entryY=0.5;entryDx=0;entryDy=0;exitX=1;exitY=0.5;exitDx=0;exitDy=0;" target="n0v4dYndRxc84nL3mO78-67" value="">
          <mxGeometry height="50" relative="1" width="50" as="geometry">
            <mxPoint x="2610" y="450" as="sourcePoint" />
            <mxPoint x="2660" y="400" as="targetPoint" />
          </mxGeometry>
        </mxCell>
        <mxCell id="n0v4dYndRxc84nL3mO78-74" parent="1" style="rounded=1;whiteSpace=wrap;html=1;strokeColor=#EEEEEE;fontColor=#FFFFFF;fillColor=#56517E;" value="" vertex="1">
          <mxGeometry height="60" width="120" x="2440" y="400" as="geometry" />
        </mxCell>
        <mxCell id="n0v4dYndRxc84nL3mO78-75" parent="1" style="rounded=1;whiteSpace=wrap;html=1;strokeColor=#EEEEEE;fontColor=#FFFFFF;fillColor=#56517E;" value="" vertex="1">
          <mxGeometry height="60" width="120" x="2600" y="400" as="geometry" />
        </mxCell>
        <mxCell id="n0v4dYndRxc84nL3mO78-76" parent="1" style="rounded=1;whiteSpace=wrap;html=1;strokeColor=#EEEEEE;fontColor=#FFFFFF;fillColor=#56517E;" value="" vertex="1">
          <mxGeometry height="60" width="120" x="2760" y="400" as="geometry" />
        </mxCell>
        <mxCell id="n0v4dYndRxc84nL3mO78-77" parent="1" style="rounded=1;whiteSpace=wrap;html=1;strokeColor=#EEEEEE;fontColor=#FFFFFF;fillColor=#56517E;" value="" vertex="1">
          <mxGeometry height="60" width="120" x="2920" y="400" as="geometry" />
        </mxCell>
        <mxCell id="n0v4dYndRxc84nL3mO78-78" parent="1" style="rounded=1;whiteSpace=wrap;html=1;strokeColor=#EEEEEE;fontColor=#FFFFFF;fillColor=#56517E;" value="希留耶总统" vertex="1">
          <mxGeometry height="60" width="120" x="2360" y="160" as="geometry" />
        </mxCell>
        <mxCell id="n0v4dYndRxc84nL3mO78-79" parent="1" style="rounded=1;whiteSpace=wrap;html=1;strokeColor=#EEEEEE;fontColor=#FFFFFF;fillColor=#56517E;" value="优衣总统" vertex="1">
          <mxGeometry height="60" width="120" x="2200" y="160" as="geometry" />
        </mxCell>
        <mxCell id="n0v4dYndRxc84nL3mO78-80" parent="1" style="rounded=1;whiteSpace=wrap;html=1;strokeColor=#EEEEEE;fontColor=#FFFFFF;fillColor=#56517E;" value="咲恋总统" vertex="1">
          <mxGeometry height="60" width="120" x="2040" y="160" as="geometry" />
        </mxCell>
        <mxCell id="n0v4dYndRxc84nL3mO78-84" parent="1" style="rounded=1;whiteSpace=wrap;html=1;strokeColor=#EEEEEE;fontColor=#FFFFFF;fillColor=#56517E;" value="霸瞳皇帝" vertex="1">
          <mxGeometry height="60" width="120" x="3000" y="160" as="geometry" />
        </mxCell>
        <mxCell id="n0v4dYndRxc84nL3mO78-86" parent="1" style="rounded=1;whiteSpace=wrap;html=1;strokeColor=#EEEEEE;fontColor=#FFFFFF;fillColor=#56517E;" value="希留耶宰相" vertex="1">
          <mxGeometry height="60" width="120" x="3160" y="160" as="geometry" />
        </mxCell>
        <mxCell id="YJlSRDRM-tAVBplYwis2-3" edge="1" parent="1" source="-UABQM9Uk4C9MiXQvtNY-1" style="edgeStyle=orthogonalEdgeStyle;rounded=1;orthogonalLoop=1;jettySize=auto;html=1;exitX=0.5;exitY=1;exitDx=0;exitDy=0;entryX=0.5;entryY=0;entryDx=0;entryDy=0;snapToPoint=0;fixDash=0;backgroundOutline=0;enumerate=0;comic=0;curved=0;" target="YJlSRDRM-tAVBplYwis2-2">
          <mxGeometry relative="1" as="geometry" />
        </mxCell>
        <mxCell id="-UABQM9Uk4C9MiXQvtNY-1" parent="1" style="rounded=1;whiteSpace=wrap;html=1;fillColor=#a0522d;strokeColor=default;fontColor=#ffffff;backgroundOutline=0;snapToPoint=0;fixDash=0;metaEdit=0;enumerate=0;comic=0;" value="整顿军队" vertex="1">
          <mxGeometry height="60" width="120" x="1040" y="40" as="geometry" />
        </mxCell>
        <mxCell id="KAef9pY_ZPh0p-EwwSWU-28" edge="1" parent="1" source="-UABQM9Uk4C9MiXQvtNY-2" style="edgeStyle=orthogonalEdgeStyle;rounded=1;orthogonalLoop=1;jettySize=auto;html=1;exitX=0.5;exitY=1;exitDx=0;exitDy=0;entryX=0.5;entryY=0;entryDx=0;entryDy=0;" target="KAef9pY_ZPh0p-EwwSWU-27">
          <mxGeometry relative="1" as="geometry" />
        </mxCell>
        <mxCell id="KAef9pY_ZPh0p-EwwSWU-63" edge="1" parent="1" source="-UABQM9Uk4C9MiXQvtNY-2" style="edgeStyle=orthogonalEdgeStyle;rounded=1;orthogonalLoop=1;jettySize=auto;html=1;exitX=0.5;exitY=1;exitDx=0;exitDy=0;entryX=0.5;entryY=0;entryDx=0;entryDy=0;" target="KAef9pY_ZPh0p-EwwSWU-62">
          <mxGeometry relative="1" as="geometry">
            <Array as="points">
              <mxPoint x="460" y="1120" />
              <mxPoint x="300" y="1120" />
            </Array>
          </mxGeometry>
        </mxCell>
        <mxCell id="-UABQM9Uk4C9MiXQvtNY-2" parent="1" style="rounded=1;whiteSpace=wrap;html=1;fillColor=#a0522d;strokeColor=default;fontColor=#ffffff;backgroundOutline=0;snapToPoint=0;fixDash=0;metaEdit=0;enumerate=0;comic=0;" value="补充新鲜血液" vertex="1">
          <mxGeometry height="60" width="120" x="400" y="1040" as="geometry" />
        </mxCell>
        <mxCell id="KAef9pY_ZPh0p-EwwSWU-1" edge="1" parent="1" source="-UABQM9Uk4C9MiXQvtNY-4" style="edgeStyle=orthogonalEdgeStyle;rounded=1;orthogonalLoop=1;jettySize=auto;html=1;exitX=0.5;exitY=1;exitDx=0;exitDy=0;entryX=0.5;entryY=0;entryDx=0;entryDy=0;" target="-doYwqivvk0rBZSh0bR4-1">
          <mxGeometry relative="1" as="geometry">
            <Array as="points">
              <mxPoint x="1100" y="1120" />
              <mxPoint x="1020" y="1120" />
            </Array>
          </mxGeometry>
        </mxCell>
        <mxCell id="KAef9pY_ZPh0p-EwwSWU-2" edge="1" parent="1" source="-UABQM9Uk4C9MiXQvtNY-4" style="edgeStyle=orthogonalEdgeStyle;rounded=1;orthogonalLoop=1;jettySize=auto;html=1;exitX=0.5;exitY=1;exitDx=0;exitDy=0;entryX=0.5;entryY=0;entryDx=0;entryDy=0;" target="-doYwqivvk0rBZSh0bR4-2">
          <mxGeometry relative="1" as="geometry">
            <Array as="points">
              <mxPoint x="1100" y="1120" />
              <mxPoint x="1180" y="1120" />
            </Array>
          </mxGeometry>
        </mxCell>
        <mxCell id="KAef9pY_ZPh0p-EwwSWU-6" edge="1" parent="1" source="-UABQM9Uk4C9MiXQvtNY-4" style="edgeStyle=orthogonalEdgeStyle;rounded=1;orthogonalLoop=1;jettySize=auto;html=1;exitX=0.5;exitY=1;exitDx=0;exitDy=0;entryX=0.5;entryY=0;entryDx=0;entryDy=0;" target="KAef9pY_ZPh0p-EwwSWU-4">
          <mxGeometry relative="1" as="geometry">
            <Array as="points">
              <mxPoint x="1100" y="1120" />
              <mxPoint x="780" y="1120" />
            </Array>
          </mxGeometry>
        </mxCell>
        <mxCell id="KAef9pY_ZPh0p-EwwSWU-14" edge="1" parent="1" source="-UABQM9Uk4C9MiXQvtNY-4" style="edgeStyle=orthogonalEdgeStyle;rounded=1;orthogonalLoop=1;jettySize=auto;html=1;exitX=0.5;exitY=1;exitDx=0;exitDy=0;entryX=0.5;entryY=0;entryDx=0;entryDy=0;" target="KAef9pY_ZPh0p-EwwSWU-12">
          <mxGeometry relative="1" as="geometry">
            <Array as="points">
              <mxPoint x="1100" y="1120" />
              <mxPoint x="1340" y="1120" />
            </Array>
          </mxGeometry>
        </mxCell>
        <mxCell id="KAef9pY_ZPh0p-EwwSWU-19" edge="1" parent="1" source="-UABQM9Uk4C9MiXQvtNY-4" style="edgeStyle=orthogonalEdgeStyle;rounded=1;orthogonalLoop=1;jettySize=auto;html=1;exitX=0.5;exitY=1;exitDx=0;exitDy=0;entryX=0.5;entryY=0;entryDx=0;entryDy=0;dashed=1;" target="KAef9pY_ZPh0p-EwwSWU-10">
          <mxGeometry relative="1" as="geometry">
            <Array as="points">
              <mxPoint x="1100" y="1120" />
              <mxPoint x="1420" y="1120" />
            </Array>
          </mxGeometry>
        </mxCell>
        <mxCell id="-UABQM9Uk4C9MiXQvtNY-4" parent="1" style="rounded=1;whiteSpace=wrap;html=1;fillColor=#a0522d;strokeColor=default;fontColor=#ffffff;backgroundOutline=0;snapToPoint=0;fixDash=0;metaEdit=0;enumerate=0;comic=0;" value="新飞行器项目" vertex="1">
          <mxGeometry height="60" width="120" x="1040" y="1040" as="geometry" />
        </mxCell>
        <mxCell id="KAef9pY_ZPh0p-EwwSWU-15" edge="1" parent="1" source="-UABQM9Uk4C9MiXQvtNY-6" style="edgeStyle=orthogonalEdgeStyle;rounded=1;orthogonalLoop=1;jettySize=auto;html=1;exitX=0.5;exitY=1;exitDx=0;exitDy=0;entryX=0.5;entryY=0;entryDx=0;entryDy=0;" target="KAef9pY_ZPh0p-EwwSWU-13">
          <mxGeometry relative="1" as="geometry">
            <Array as="points">
              <mxPoint x="1620" y="1120" />
              <mxPoint x="1500" y="1120" />
            </Array>
          </mxGeometry>
        </mxCell>
        <mxCell id="KAef9pY_ZPh0p-EwwSWU-20" edge="1" parent="1" source="-UABQM9Uk4C9MiXQvtNY-6" style="edgeStyle=orthogonalEdgeStyle;rounded=1;orthogonalLoop=1;jettySize=auto;html=1;exitX=0.5;exitY=1;exitDx=0;exitDy=0;entryX=0.5;entryY=0;entryDx=0;entryDy=0;dashed=1;" target="KAef9pY_ZPh0p-EwwSWU-10">
          <mxGeometry relative="1" as="geometry">
            <Array as="points">
              <mxPoint x="1620" y="1120" />
              <mxPoint x="1420" y="1120" />
            </Array>
          </mxGeometry>
        </mxCell>
        <mxCell id="KAef9pY_ZPh0p-EwwSWU-43" edge="1" parent="1" source="-UABQM9Uk4C9MiXQvtNY-6" style="edgeStyle=orthogonalEdgeStyle;rounded=1;orthogonalLoop=1;jettySize=auto;html=1;exitX=0.5;exitY=1;exitDx=0;exitDy=0;entryX=0.5;entryY=0;entryDx=0;entryDy=0;" target="KAef9pY_ZPh0p-EwwSWU-42">
          <mxGeometry relative="1" as="geometry">
            <Array as="points">
              <mxPoint x="1620" y="1120" />
              <mxPoint x="1660" y="1120" />
            </Array>
          </mxGeometry>
        </mxCell>
        <mxCell id="KAef9pY_ZPh0p-EwwSWU-53" edge="1" parent="1" source="-UABQM9Uk4C9MiXQvtNY-6" style="edgeStyle=orthogonalEdgeStyle;rounded=1;orthogonalLoop=1;jettySize=auto;html=1;exitX=0.5;exitY=1;exitDx=0;exitDy=0;entryX=0.5;entryY=0;entryDx=0;entryDy=0;" target="KAef9pY_ZPh0p-EwwSWU-52">
          <mxGeometry relative="1" as="geometry">
            <Array as="points">
              <mxPoint x="1620" y="1120" />
              <mxPoint x="1820" y="1120" />
            </Array>
          </mxGeometry>
        </mxCell>
        <mxCell id="-UABQM9Uk4C9MiXQvtNY-6" parent="1" style="rounded=1;whiteSpace=wrap;html=1;fillColor=#a0522d;strokeColor=default;fontColor=#ffffff;backgroundOutline=0;snapToPoint=0;fixDash=0;metaEdit=0;enumerate=0;comic=0;" value="两洋海军法案" vertex="1">
          <mxGeometry height="60" width="120" x="1560" y="1040" as="geometry" />
        </mxCell>
        <mxCell id="KAef9pY_ZPh0p-EwwSWU-40" edge="1" parent="1" source="-doYwqivvk0rBZSh0bR4-1" style="edgeStyle=orthogonalEdgeStyle;rounded=1;orthogonalLoop=1;jettySize=auto;html=1;exitX=0.5;exitY=1;exitDx=0;exitDy=0;entryX=0.5;entryY=0;entryDx=0;entryDy=0;" target="KAef9pY_ZPh0p-EwwSWU-34">
          <mxGeometry relative="1" as="geometry" />
        </mxCell>
        <mxCell id="-doYwqivvk0rBZSh0bR4-1" parent="1" style="rounded=1;whiteSpace=wrap;html=1;" value="" vertex="1">
          <mxGeometry height="60" width="120" x="960" y="1160" as="geometry" />
        </mxCell>
        <mxCell id="KAef9pY_ZPh0p-EwwSWU-38" edge="1" parent="1" source="-doYwqivvk0rBZSh0bR4-2" style="edgeStyle=orthogonalEdgeStyle;rounded=1;orthogonalLoop=1;jettySize=auto;html=1;exitX=0.5;exitY=1;exitDx=0;exitDy=0;entryX=0.5;entryY=0;entryDx=0;entryDy=0;" target="KAef9pY_ZPh0p-EwwSWU-35">
          <mxGeometry relative="1" as="geometry" />
        </mxCell>
        <mxCell id="-doYwqivvk0rBZSh0bR4-2" parent="1" style="rounded=1;whiteSpace=wrap;html=1;" value="" vertex="1">
          <mxGeometry height="60" width="120" x="1120" y="1160" as="geometry" />
        </mxCell>
        <mxCell id="KAef9pY_ZPh0p-EwwSWU-33" edge="1" parent="1" source="KAef9pY_ZPh0p-EwwSWU-3" style="edgeStyle=orthogonalEdgeStyle;rounded=1;orthogonalLoop=1;jettySize=auto;html=1;exitX=0.5;exitY=1;exitDx=0;exitDy=0;entryX=0.5;entryY=0;entryDx=0;entryDy=0;" target="KAef9pY_ZPh0p-EwwSWU-29">
          <mxGeometry relative="1" as="geometry" />
        </mxCell>
        <mxCell id="KAef9pY_ZPh0p-EwwSWU-3" parent="1" style="rounded=1;whiteSpace=wrap;html=1;" value="超视距通信" vertex="1">
          <mxGeometry height="60" width="120" x="640" y="1280" as="geometry" />
        </mxCell>
        <mxCell id="KAef9pY_ZPh0p-EwwSWU-7" edge="1" parent="1" source="KAef9pY_ZPh0p-EwwSWU-4" style="edgeStyle=orthogonalEdgeStyle;rounded=1;orthogonalLoop=1;jettySize=auto;html=1;exitX=0.5;exitY=1;exitDx=0;exitDy=0;entryX=0.5;entryY=0;entryDx=0;entryDy=0;" target="KAef9pY_ZPh0p-EwwSWU-3">
          <mxGeometry relative="1" as="geometry">
            <Array as="points">
              <mxPoint x="780" y="1240" />
              <mxPoint x="700" y="1240" />
            </Array>
          </mxGeometry>
        </mxCell>
        <mxCell id="KAef9pY_ZPh0p-EwwSWU-9" edge="1" parent="1" source="KAef9pY_ZPh0p-EwwSWU-4" style="edgeStyle=orthogonalEdgeStyle;rounded=1;orthogonalLoop=1;jettySize=auto;html=1;exitX=0.5;exitY=1;exitDx=0;exitDy=0;entryX=0.5;entryY=0;entryDx=0;entryDy=0;" target="KAef9pY_ZPh0p-EwwSWU-8">
          <mxGeometry relative="1" as="geometry">
            <Array as="points">
              <mxPoint x="780" y="1240" />
              <mxPoint x="860" y="1240" />
            </Array>
          </mxGeometry>
        </mxCell>
        <mxCell id="KAef9pY_ZPh0p-EwwSWU-4" parent="1" style="rounded=1;whiteSpace=wrap;html=1;" value="苍穹护卫计划" vertex="1">
          <mxGeometry height="60" width="120" x="720" y="1160" as="geometry" />
        </mxCell>
        <mxCell id="KAef9pY_ZPh0p-EwwSWU-32" edge="1" parent="1" source="KAef9pY_ZPh0p-EwwSWU-8" style="edgeStyle=orthogonalEdgeStyle;rounded=1;orthogonalLoop=1;jettySize=auto;html=1;exitX=0.5;exitY=1;exitDx=0;exitDy=0;" target="KAef9pY_ZPh0p-EwwSWU-30">
          <mxGeometry relative="1" as="geometry" />
        </mxCell>
        <mxCell id="KAef9pY_ZPh0p-EwwSWU-8" parent="1" style="rounded=1;whiteSpace=wrap;html=1;" value="联合作战司令部" vertex="1">
          <mxGeometry height="60" width="120" x="800" y="1280" as="geometry" />
        </mxCell>
        <mxCell id="KAef9pY_ZPh0p-EwwSWU-25" edge="1" parent="1" source="KAef9pY_ZPh0p-EwwSWU-10" style="edgeStyle=orthogonalEdgeStyle;rounded=1;orthogonalLoop=1;jettySize=auto;html=1;exitX=0.5;exitY=1;exitDx=0;exitDy=0;entryX=0.5;entryY=0;entryDx=0;entryDy=0;" target="KAef9pY_ZPh0p-EwwSWU-21">
          <mxGeometry relative="1" as="geometry">
            <Array as="points">
              <mxPoint x="1420" y="1360" />
              <mxPoint x="1340" y="1360" />
            </Array>
          </mxGeometry>
        </mxCell>
        <mxCell id="KAef9pY_ZPh0p-EwwSWU-26" edge="1" parent="1" source="KAef9pY_ZPh0p-EwwSWU-10" style="edgeStyle=orthogonalEdgeStyle;rounded=1;orthogonalLoop=1;jettySize=auto;html=1;exitX=0.5;exitY=1;exitDx=0;exitDy=0;entryX=0.5;entryY=0;entryDx=0;entryDy=0;" target="KAef9pY_ZPh0p-EwwSWU-22">
          <mxGeometry relative="1" as="geometry">
            <Array as="points">
              <mxPoint x="1420" y="1360" />
              <mxPoint x="1500" y="1360" />
            </Array>
          </mxGeometry>
        </mxCell>
        <mxCell id="KAef9pY_ZPh0p-EwwSWU-10" parent="1" style="rounded=1;whiteSpace=wrap;html=1;" value="" vertex="1">
          <mxGeometry height="60" width="120" x="1360" y="1280" as="geometry" />
        </mxCell>
        <mxCell id="KAef9pY_ZPh0p-EwwSWU-23" edge="1" parent="1" source="KAef9pY_ZPh0p-EwwSWU-12" style="edgeStyle=orthogonalEdgeStyle;rounded=1;orthogonalLoop=1;jettySize=auto;html=1;exitX=0.5;exitY=1;exitDx=0;exitDy=0;entryX=0.5;entryY=0;entryDx=0;entryDy=0;" target="KAef9pY_ZPh0p-EwwSWU-21">
          <mxGeometry relative="1" as="geometry" />
        </mxCell>
        <mxCell id="KAef9pY_ZPh0p-EwwSWU-12" parent="1" style="rounded=1;whiteSpace=wrap;html=1;" value="" vertex="1">
          <mxGeometry height="60" width="120" x="1280" y="1160" as="geometry" />
        </mxCell>
        <mxCell id="KAef9pY_ZPh0p-EwwSWU-24" edge="1" parent="1" source="KAef9pY_ZPh0p-EwwSWU-13" style="edgeStyle=orthogonalEdgeStyle;rounded=1;orthogonalLoop=1;jettySize=auto;html=1;exitX=0.5;exitY=1;exitDx=0;exitDy=0;entryX=0.5;entryY=0;entryDx=0;entryDy=0;" target="KAef9pY_ZPh0p-EwwSWU-22">
          <mxGeometry relative="1" as="geometry" />
        </mxCell>
        <mxCell id="KAef9pY_ZPh0p-EwwSWU-13" parent="1" style="rounded=1;whiteSpace=wrap;html=1;" value="" vertex="1">
          <mxGeometry height="60" width="120" x="1440" y="1160" as="geometry" />
        </mxCell>
        <mxCell id="KAef9pY_ZPh0p-EwwSWU-21" parent="1" style="rounded=1;whiteSpace=wrap;html=1;" value="" vertex="1">
          <mxGeometry height="60" width="120" x="1280" y="1400" as="geometry" />
        </mxCell>
        <mxCell id="KAef9pY_ZPh0p-EwwSWU-22" parent="1" style="rounded=1;whiteSpace=wrap;html=1;" value="" vertex="1">
          <mxGeometry height="60" width="120" x="1440" y="1400" as="geometry" />
        </mxCell>
        <mxCell id="KAef9pY_ZPh0p-EwwSWU-59" edge="1" parent="1" source="KAef9pY_ZPh0p-EwwSWU-27" style="edgeStyle=orthogonalEdgeStyle;rounded=1;orthogonalLoop=1;jettySize=auto;html=1;exitX=0.5;exitY=1;exitDx=0;exitDy=0;entryX=0.5;entryY=0;entryDx=0;entryDy=0;" target="KAef9pY_ZPh0p-EwwSWU-58">
          <mxGeometry relative="1" as="geometry">
            <Array as="points">
              <mxPoint x="460" y="1240" />
              <mxPoint x="180" y="1240" />
            </Array>
          </mxGeometry>
        </mxCell>
        <mxCell id="KAef9pY_ZPh0p-EwwSWU-60" edge="1" parent="1" source="KAef9pY_ZPh0p-EwwSWU-27" style="edgeStyle=orthogonalEdgeStyle;rounded=1;orthogonalLoop=1;jettySize=auto;html=1;exitX=0.5;exitY=1;exitDx=0;exitDy=0;entryX=0.5;entryY=0;entryDx=0;entryDy=0;" target="KAef9pY_ZPh0p-EwwSWU-56">
          <mxGeometry relative="1" as="geometry">
            <Array as="points">
              <mxPoint x="460" y="1240" />
              <mxPoint x="340" y="1240" />
            </Array>
          </mxGeometry>
        </mxCell>
        <mxCell id="KAef9pY_ZPh0p-EwwSWU-61" edge="1" parent="1" source="KAef9pY_ZPh0p-EwwSWU-27" style="edgeStyle=orthogonalEdgeStyle;rounded=1;orthogonalLoop=1;jettySize=auto;html=1;exitX=0.5;exitY=1;exitDx=0;exitDy=0;entryX=0.5;entryY=0;entryDx=0;entryDy=0;" target="KAef9pY_ZPh0p-EwwSWU-57">
          <mxGeometry relative="1" as="geometry">
            <Array as="points">
              <mxPoint x="460" y="1240" />
              <mxPoint x="500" y="1240" />
            </Array>
          </mxGeometry>
        </mxCell>
        <mxCell id="KAef9pY_ZPh0p-EwwSWU-27" parent="1" style="rounded=1;whiteSpace=wrap;html=1;" value="" vertex="1">
          <mxGeometry height="60" width="120" x="400" y="1160" as="geometry" />
        </mxCell>
        <mxCell id="KAef9pY_ZPh0p-EwwSWU-29" parent="1" style="rounded=1;whiteSpace=wrap;html=1;" value="" vertex="1">
          <mxGeometry height="60" width="120" x="640" y="1400" as="geometry" />
        </mxCell>
        <mxCell id="KAef9pY_ZPh0p-EwwSWU-30" parent="1" style="rounded=1;whiteSpace=wrap;html=1;" value="" vertex="1">
          <mxGeometry height="60" width="120" x="800" y="1400" as="geometry" />
        </mxCell>
        <mxCell id="KAef9pY_ZPh0p-EwwSWU-41" edge="1" parent="1" source="KAef9pY_ZPh0p-EwwSWU-34" style="edgeStyle=orthogonalEdgeStyle;rounded=1;orthogonalLoop=1;jettySize=auto;html=1;exitX=0.5;exitY=1;exitDx=0;exitDy=0;entryX=0.5;entryY=0;entryDx=0;entryDy=0;" target="KAef9pY_ZPh0p-EwwSWU-36">
          <mxGeometry relative="1" as="geometry" />
        </mxCell>
        <mxCell id="KAef9pY_ZPh0p-EwwSWU-34" parent="1" style="rounded=1;whiteSpace=wrap;html=1;" value="" vertex="1">
          <mxGeometry height="60" width="120" x="960" y="1280" as="geometry" />
        </mxCell>
        <mxCell id="KAef9pY_ZPh0p-EwwSWU-39" edge="1" parent="1" source="KAef9pY_ZPh0p-EwwSWU-35" style="edgeStyle=orthogonalEdgeStyle;rounded=1;orthogonalLoop=1;jettySize=auto;html=1;exitX=0.5;exitY=1;exitDx=0;exitDy=0;entryX=0.5;entryY=0;entryDx=0;entryDy=0;" target="KAef9pY_ZPh0p-EwwSWU-37">
          <mxGeometry relative="1" as="geometry" />
        </mxCell>
        <mxCell id="KAef9pY_ZPh0p-EwwSWU-35" parent="1" style="rounded=1;whiteSpace=wrap;html=1;" value="" vertex="1">
          <mxGeometry height="60" width="120" x="1120" y="1280" as="geometry" />
        </mxCell>
        <mxCell id="KAef9pY_ZPh0p-EwwSWU-36" parent="1" style="rounded=1;whiteSpace=wrap;html=1;" value="" vertex="1">
          <mxGeometry height="60" width="120" x="960" y="1400" as="geometry" />
        </mxCell>
        <mxCell id="KAef9pY_ZPh0p-EwwSWU-37" parent="1" style="rounded=1;whiteSpace=wrap;html=1;" value="" vertex="1">
          <mxGeometry height="60" width="120" x="1120" y="1400" as="geometry" />
        </mxCell>
        <mxCell id="KAef9pY_ZPh0p-EwwSWU-46" edge="1" parent="1" source="KAef9pY_ZPh0p-EwwSWU-42" style="edgeStyle=orthogonalEdgeStyle;rounded=1;orthogonalLoop=1;jettySize=auto;html=1;exitX=0.5;exitY=1;exitDx=0;exitDy=0;entryX=0.5;entryY=0;entryDx=0;entryDy=0;" target="KAef9pY_ZPh0p-EwwSWU-44">
          <mxGeometry relative="1" as="geometry">
            <Array as="points">
              <mxPoint x="1660" y="1240" />
              <mxPoint x="1580" y="1240" />
            </Array>
          </mxGeometry>
        </mxCell>
        <mxCell id="KAef9pY_ZPh0p-EwwSWU-47" edge="1" parent="1" source="KAef9pY_ZPh0p-EwwSWU-42" style="edgeStyle=orthogonalEdgeStyle;rounded=1;orthogonalLoop=1;jettySize=auto;html=1;exitX=0.5;exitY=1;exitDx=0;exitDy=0;entryX=0.5;entryY=0;entryDx=0;entryDy=0;" target="KAef9pY_ZPh0p-EwwSWU-45">
          <mxGeometry relative="1" as="geometry">
            <Array as="points">
              <mxPoint x="1660" y="1240" />
              <mxPoint x="1740" y="1240" />
            </Array>
          </mxGeometry>
        </mxCell>
        <mxCell id="KAef9pY_ZPh0p-EwwSWU-42" parent="1" style="rounded=1;whiteSpace=wrap;html=1;" value="" vertex="1">
          <mxGeometry height="60" width="120" x="1600" y="1160" as="geometry" />
        </mxCell>
        <mxCell id="KAef9pY_ZPh0p-EwwSWU-49" edge="1" parent="1" source="KAef9pY_ZPh0p-EwwSWU-44" style="edgeStyle=orthogonalEdgeStyle;rounded=1;orthogonalLoop=1;jettySize=auto;html=1;exitX=0.5;exitY=1;exitDx=0;exitDy=0;entryX=0.5;entryY=0;entryDx=0;entryDy=0;" target="KAef9pY_ZPh0p-EwwSWU-48">
          <mxGeometry relative="1" as="geometry">
            <Array as="points">
              <mxPoint x="1580" y="1360" />
              <mxPoint x="1660" y="1360" />
            </Array>
          </mxGeometry>
        </mxCell>
        <mxCell id="KAef9pY_ZPh0p-EwwSWU-44" parent="1" style="rounded=1;whiteSpace=wrap;html=1;" value="" vertex="1">
          <mxGeometry height="60" width="120" x="1520" y="1280" as="geometry" />
        </mxCell>
        <mxCell id="KAef9pY_ZPh0p-EwwSWU-50" edge="1" parent="1" source="KAef9pY_ZPh0p-EwwSWU-45" style="edgeStyle=orthogonalEdgeStyle;rounded=1;orthogonalLoop=1;jettySize=auto;html=1;exitX=0.5;exitY=1;exitDx=0;exitDy=0;entryX=0.5;entryY=0;entryDx=0;entryDy=0;" target="KAef9pY_ZPh0p-EwwSWU-48">
          <mxGeometry relative="1" as="geometry">
            <Array as="points">
              <mxPoint x="1740" y="1360" />
              <mxPoint x="1660" y="1360" />
            </Array>
          </mxGeometry>
        </mxCell>
        <mxCell id="KAef9pY_ZPh0p-EwwSWU-45" parent="1" style="rounded=1;whiteSpace=wrap;html=1;" value="" vertex="1">
          <mxGeometry height="60" width="120" x="1680" y="1280" as="geometry" />
        </mxCell>
        <mxCell id="KAef9pY_ZPh0p-EwwSWU-48" parent="1" style="rounded=1;whiteSpace=wrap;html=1;" value="" vertex="1">
          <mxGeometry height="60" width="120" x="1600" y="1400" as="geometry" />
        </mxCell>
        <mxCell id="KAef9pY_ZPh0p-EwwSWU-55" edge="1" parent="1" source="KAef9pY_ZPh0p-EwwSWU-52" style="edgeStyle=orthogonalEdgeStyle;rounded=1;orthogonalLoop=1;jettySize=auto;html=1;exitX=0.5;exitY=1;exitDx=0;exitDy=0;entryX=0.5;entryY=0;entryDx=0;entryDy=0;" target="KAef9pY_ZPh0p-EwwSWU-54">
          <mxGeometry relative="1" as="geometry" />
        </mxCell>
        <mxCell id="KAef9pY_ZPh0p-EwwSWU-52" parent="1" style="rounded=1;whiteSpace=wrap;html=1;" value="" vertex="1">
          <mxGeometry height="60" width="120" x="1760" y="1160" as="geometry" />
        </mxCell>
        <mxCell id="KAef9pY_ZPh0p-EwwSWU-54" parent="1" style="rounded=1;whiteSpace=wrap;html=1;" value="" vertex="1">
          <mxGeometry height="60" width="120" x="1760" y="1400" as="geometry" />
        </mxCell>
        <mxCell id="KAef9pY_ZPh0p-EwwSWU-67" edge="1" parent="1" source="KAef9pY_ZPh0p-EwwSWU-56" style="edgeStyle=orthogonalEdgeStyle;rounded=1;orthogonalLoop=1;jettySize=auto;html=1;exitX=0.5;exitY=1;exitDx=0;exitDy=0;entryX=0.5;entryY=0;entryDx=0;entryDy=0;" target="KAef9pY_ZPh0p-EwwSWU-65">
          <mxGeometry relative="1" as="geometry">
            <Array as="points">
              <mxPoint x="340" y="1360" />
              <mxPoint x="260" y="1360" />
            </Array>
            <mxPoint x="260" y="1400" as="targetPoint" />
          </mxGeometry>
        </mxCell>
        <mxCell id="KAef9pY_ZPh0p-EwwSWU-68" edge="1" parent="1" source="KAef9pY_ZPh0p-EwwSWU-56" style="edgeStyle=orthogonalEdgeStyle;rounded=1;orthogonalLoop=1;jettySize=auto;html=1;exitX=0.5;exitY=1;exitDx=0;exitDy=0;entryX=0.5;entryY=0;entryDx=0;entryDy=0;" target="KAef9pY_ZPh0p-EwwSWU-64">
          <mxGeometry relative="1" as="geometry">
            <Array as="points">
              <mxPoint x="340" y="1360" />
              <mxPoint x="420" y="1360" />
            </Array>
          </mxGeometry>
        </mxCell>
        <mxCell id="KAef9pY_ZPh0p-EwwSWU-56" parent="1" style="rounded=1;whiteSpace=wrap;html=1;" value="" vertex="1">
          <mxGeometry height="60" width="120" x="280" y="1280" as="geometry" />
        </mxCell>
        <mxCell id="KAef9pY_ZPh0p-EwwSWU-69" edge="1" parent="1" source="KAef9pY_ZPh0p-EwwSWU-57" style="edgeStyle=orthogonalEdgeStyle;rounded=1;orthogonalLoop=1;jettySize=auto;html=1;exitX=0.5;exitY=1;exitDx=0;exitDy=0;entryX=0.5;entryY=0;entryDx=0;entryDy=0;" target="KAef9pY_ZPh0p-EwwSWU-64">
          <mxGeometry relative="1" as="geometry">
            <Array as="points">
              <mxPoint x="500" y="1360" />
              <mxPoint x="420" y="1360" />
            </Array>
          </mxGeometry>
        </mxCell>
        <mxCell id="KAef9pY_ZPh0p-EwwSWU-57" parent="1" style="rounded=1;whiteSpace=wrap;html=1;" value="" vertex="1">
          <mxGeometry height="60" width="120" x="440" y="1280" as="geometry" />
        </mxCell>
        <mxCell id="KAef9pY_ZPh0p-EwwSWU-66" edge="1" parent="1" source="KAef9pY_ZPh0p-EwwSWU-58" style="edgeStyle=orthogonalEdgeStyle;rounded=1;orthogonalLoop=1;jettySize=auto;html=1;exitX=0.5;exitY=1;exitDx=0;exitDy=0;entryX=0.5;entryY=0;entryDx=0;entryDy=0;" target="KAef9pY_ZPh0p-EwwSWU-65">
          <mxGeometry relative="1" as="geometry">
            <Array as="points">
              <mxPoint x="180" y="1360" />
              <mxPoint x="260" y="1360" />
            </Array>
          </mxGeometry>
        </mxCell>
        <mxCell id="KAef9pY_ZPh0p-EwwSWU-58" parent="1" style="rounded=1;whiteSpace=wrap;html=1;" value="" vertex="1">
          <mxGeometry height="60" width="120" x="120" y="1280" as="geometry" />
        </mxCell>
        <mxCell id="KAef9pY_ZPh0p-EwwSWU-62" parent="1" style="rounded=1;whiteSpace=wrap;html=1;" value="" vertex="1">
          <mxGeometry height="60" width="120" x="240" y="1160" as="geometry" />
        </mxCell>
        <mxCell id="KAef9pY_ZPh0p-EwwSWU-64" parent="1" style="rounded=1;whiteSpace=wrap;html=1;" value="" vertex="1">
          <mxGeometry height="60" width="120" x="360" y="1400" as="geometry" />
        </mxCell>
        <mxCell id="KAef9pY_ZPh0p-EwwSWU-65" parent="1" style="rounded=1;whiteSpace=wrap;html=1;" value="" vertex="1">
          <mxGeometry height="60" width="120" x="200" y="1400" as="geometry" />
        </mxCell>
+         <mxCell id="8e7wWEQGjRHLcxX856nX-1" edge="1" parent="1" source="YJlSRDRM-tAVBplYwis2-2" style="edgeStyle=orthogonalEdgeStyle;rounded=0;orthogonalLoop=1;jettySize=auto;html=1;exitX=0.5;exitY=1;exitDx=0;exitDy=0;entryX=0.5;entryY=0;entryDx=0;entryDy=0;" target="YJlSRDRM-tAVBplYwis2-4">
+           <mxGeometry relative="1" as="geometry" />
+         </mxCell>
+         <mxCell id="8e7wWEQGjRHLcxX856nX-2" edge="1" parent="1" source="YJlSRDRM-tAVBplYwis2-2" style="edgeStyle=orthogonalEdgeStyle;rounded=0;orthogonalLoop=1;jettySize=auto;html=1;exitX=0.5;exitY=1;exitDx=0;exitDy=0;entryX=0.5;entryY=0;entryDx=0;entryDy=0;" target="YJlSRDRM-tAVBplYwis2-5">
+           <mxGeometry relative="1" as="geometry" />
+         </mxCell>
+         <mxCell id="8e7wWEQGjRHLcxX856nX-3" edge="1" parent="1" source="YJlSRDRM-tAVBplYwis2-2" style="edgeStyle=orthogonalEdgeStyle;rounded=0;orthogonalLoop=1;jettySize=auto;html=1;exitX=0.5;exitY=1;exitDx=0;exitDy=0;entryX=0.5;entryY=0;entryDx=0;entryDy=0;" target="YJlSRDRM-tAVBplYwis2-6">
+           <mxGeometry relative="1" as="geometry" />
+         </mxCell>
+         <mxCell id="8e7wWEQGjRHLcxX856nX-9" edge="1" parent="1" source="YJlSRDRM-tAVBplYwis2-2" style="edgeStyle=orthogonalEdgeStyle;rounded=0;orthogonalLoop=1;jettySize=auto;html=1;exitX=0.5;exitY=1;exitDx=0;exitDy=0;entryX=0.5;entryY=0;entryDx=0;entryDy=0;" target="8e7wWEQGjRHLcxX856nX-8">
+           <mxGeometry relative="1" as="geometry" />
+         </mxCell>
        <mxCell id="YJlSRDRM-tAVBplYwis2-2" parent="1" style="rounded=1;whiteSpace=wrap;html=1;snapToPoint=0;fixDash=0;backgroundOutline=0;enumerate=0;comic=0;" value="陆军改革计划" vertex="1">
-           <mxGeometry height="60" width="120" x="400" y="160" as="geometry" />
+           <mxGeometry height="60" width="120" x="600" y="160" as="geometry" />
+         </mxCell>
+         <mxCell id="8e7wWEQGjRHLcxX856nX-11" edge="1" parent="1" source="YJlSRDRM-tAVBplYwis2-4" style="edgeStyle=orthogonalEdgeStyle;rounded=1;orthogonalLoop=1;jettySize=auto;html=1;exitX=0.5;exitY=1;exitDx=0;exitDy=0;entryX=0.5;entryY=0;entryDx=0;entryDy=0;curved=0;" target="8e7wWEQGjRHLcxX856nX-7">
+           <mxGeometry relative="1" as="geometry" />
        </mxCell>
        <mxCell id="YJlSRDRM-tAVBplYwis2-4" parent="1" style="rounded=1;whiteSpace=wrap;html=1;" value="白银纯改革计划" vertex="1">
-           <mxGeometry height="60" width="120" x="80" y="280" as="geometry" />
-         </mxCell>
-         <mxCell id="YJlSRDRM-tAVBplYwis2-5" parent="1" style="rounded=1;whiteSpace=wrap;html=1;" value="" vertex="1">
-           <mxGeometry height="60" width="120" x="400" y="280" as="geometry" />
-         </mxCell>
-         <mxCell id="YJlSRDRM-tAVBplYwis2-6" parent="1" style="rounded=1;whiteSpace=wrap;html=1;" value="" vertex="1">
-           <mxGeometry height="60" width="120" x="720" y="280" as="geometry" />
+           <mxGeometry height="60" width="120" x="280" y="280" as="geometry" />
+         </mxCell>
+         <mxCell id="8e7wWEQGjRHLcxX856nX-13" edge="1" parent="1" source="YJlSRDRM-tAVBplYwis2-5" style="edgeStyle=orthogonalEdgeStyle;rounded=1;orthogonalLoop=1;jettySize=auto;html=1;exitX=0.5;exitY=1;exitDx=0;exitDy=0;entryX=0.5;entryY=0;entryDx=0;entryDy=0;curved=0;" target="8e7wWEQGjRHLcxX856nX-12">
+           <mxGeometry relative="1" as="geometry" />
+         </mxCell>
+         <mxCell id="YJlSRDRM-tAVBplYwis2-5" parent="1" style="rounded=1;whiteSpace=wrap;html=1;" value="安艺真琴改革计划" vertex="1">
+           <mxGeometry height="60" width="120" x="600" y="280" as="geometry" />
+         </mxCell>
+         <mxCell id="8e7wWEQGjRHLcxX856nX-15" edge="1" parent="1" source="YJlSRDRM-tAVBplYwis2-6" style="edgeStyle=orthogonalEdgeStyle;rounded=1;orthogonalLoop=1;jettySize=auto;html=1;exitX=0.5;exitY=1;exitDx=0;exitDy=0;entryX=0.5;entryY=0;entryDx=0;entryDy=0;curved=0;" target="8e7wWEQGjRHLcxX856nX-14">
+           <mxGeometry relative="1" as="geometry" />
+         </mxCell>
+         <mxCell id="YJlSRDRM-tAVBplYwis2-6" parent="1" style="rounded=1;whiteSpace=wrap;html=1;" value="美波铃奈改革计划" vertex="1">
+           <mxGeometry height="60" width="120" x="920" y="280" as="geometry" />
+         </mxCell>
+         <mxCell id="8e7wWEQGjRHLcxX856nX-4" parent="1" style="shape=callout;whiteSpace=wrap;html=1;perimeter=calloutPerimeter;" value="决战计划" vertex="1">
+           <mxGeometry height="80" width="120" x="280" y="150" as="geometry" />
+         </mxCell>
+         <mxCell id="8e7wWEQGjRHLcxX856nX-5" parent="1" style="shape=callout;whiteSpace=wrap;html=1;perimeter=calloutPerimeter;" value="人海学说" vertex="1">
+           <mxGeometry height="80" width="120" x="600" y="30" as="geometry" />
+         </mxCell>
+         <mxCell id="8e7wWEQGjRHLcxX856nX-6" parent="1" style="shape=callout;whiteSpace=wrap;html=1;perimeter=calloutPerimeter;" value="闪电战" vertex="1">
+           <mxGeometry height="80" width="120" x="920" y="30" as="geometry" />
+         </mxCell>
+         <mxCell id="8e7wWEQGjRHLcxX856nX-7" parent="1" style="rounded=1;whiteSpace=wrap;html=1;" value="" vertex="1">
+           <mxGeometry height="60" width="120" x="280" y="400" as="geometry" />
+         </mxCell>
+         <mxCell id="8e7wWEQGjRHLcxX856nX-8" parent="1" style="rounded=1;whiteSpace=wrap;html=1;" value="一号命令" vertex="1">
+           <mxGeometry height="60" width="120" x="1200" y="280" as="geometry" />
+         </mxCell>
+         <mxCell id="8e7wWEQGjRHLcxX856nX-10" parent="1" style="shape=callout;whiteSpace=wrap;html=1;perimeter=calloutPerimeter;" value="优势火力" vertex="1">
+           <mxGeometry height="80" width="120" x="1200" y="120" as="geometry" />
+         </mxCell>
+         <mxCell id="8e7wWEQGjRHLcxX856nX-12" parent="1" style="rounded=1;whiteSpace=wrap;html=1;" value="招募兽人近卫军" vertex="1">
+           <mxGeometry height="60" width="120" x="600" y="400" as="geometry" />
+         </mxCell>
+         <mxCell id="8e7wWEQGjRHLcxX856nX-14" parent="1" style="rounded=1;whiteSpace=wrap;html=1;" value="新式装甲研发" vertex="1">
+           <mxGeometry height="60" width="120" x="920" y="400" as="geometry" />
+         </mxCell>
+         <mxCell id="8e7wWEQGjRHLcxX856nX-30" edge="1" parent="1" source="8e7wWEQGjRHLcxX856nX-16" style="edgeStyle=orthogonalEdgeStyle;rounded=0;orthogonalLoop=1;jettySize=auto;html=1;exitX=0.5;exitY=1;exitDx=0;exitDy=0;entryX=0.5;entryY=0;entryDx=0;entryDy=0;" target="8e7wWEQGjRHLcxX856nX-26">
+           <mxGeometry relative="1" as="geometry" />
+         </mxCell>
+         <mxCell id="8e7wWEQGjRHLcxX856nX-31" edge="1" parent="1" source="8e7wWEQGjRHLcxX856nX-16" style="edgeStyle=orthogonalEdgeStyle;rounded=0;orthogonalLoop=1;jettySize=auto;html=1;exitX=0.5;exitY=1;exitDx=0;exitDy=0;entryX=0.5;entryY=0;entryDx=0;entryDy=0;" target="8e7wWEQGjRHLcxX856nX-27">
+           <mxGeometry relative="1" as="geometry" />
+         </mxCell>
+         <mxCell id="8e7wWEQGjRHLcxX856nX-16" parent="1" style="rounded=1;whiteSpace=wrap;html=1;" value="" vertex="1">
+           <mxGeometry height="60" width="120" x="440" y="520" as="geometry" />
+         </mxCell>
+         <mxCell id="8e7wWEQGjRHLcxX856nX-32" edge="1" parent="1" source="8e7wWEQGjRHLcxX856nX-17" style="edgeStyle=orthogonalEdgeStyle;rounded=0;orthogonalLoop=1;jettySize=auto;html=1;exitX=0.5;exitY=1;exitDx=0;exitDy=0;entryX=0.5;entryY=0;entryDx=0;entryDy=0;" target="8e7wWEQGjRHLcxX856nX-28">
+           <mxGeometry relative="1" as="geometry" />
+         </mxCell>
+         <mxCell id="8e7wWEQGjRHLcxX856nX-33" edge="1" parent="1" source="8e7wWEQGjRHLcxX856nX-17" style="edgeStyle=orthogonalEdgeStyle;rounded=0;orthogonalLoop=1;jettySize=auto;html=1;exitX=0.5;exitY=1;exitDx=0;exitDy=0;entryX=0.5;entryY=0;entryDx=0;entryDy=0;" target="8e7wWEQGjRHLcxX856nX-29">
+           <mxGeometry relative="1" as="geometry" />
+         </mxCell>
+         <mxCell id="8e7wWEQGjRHLcxX856nX-17" parent="1" style="rounded=1;whiteSpace=wrap;html=1;" value="" vertex="1">
+           <mxGeometry height="60" width="120" x="760" y="520" as="geometry" />
+         </mxCell>
+         <mxCell id="8e7wWEQGjRHLcxX856nX-43" edge="1" parent="1" source="8e7wWEQGjRHLcxX856nX-26" style="edgeStyle=orthogonalEdgeStyle;rounded=0;orthogonalLoop=1;jettySize=auto;html=1;exitX=0.5;exitY=1;exitDx=0;exitDy=0;entryX=0.5;entryY=0;entryDx=0;entryDy=0;" target="8e7wWEQGjRHLcxX856nX-41">
+           <mxGeometry relative="1" as="geometry">
+             <Array as="points">
+               <mxPoint x="420" y="720" />
+               <mxPoint x="500" y="720" />
+             </Array>
+           </mxGeometry>
+         </mxCell>
+         <mxCell id="8e7wWEQGjRHLcxX856nX-26" parent="1" style="rounded=1;whiteSpace=wrap;html=1;" value="" vertex="1">
+           <mxGeometry height="60" width="120" x="360" y="640" as="geometry" />
+         </mxCell>
+         <mxCell id="8e7wWEQGjRHLcxX856nX-44" edge="1" parent="1" source="8e7wWEQGjRHLcxX856nX-27" style="edgeStyle=orthogonalEdgeStyle;rounded=0;orthogonalLoop=1;jettySize=auto;html=1;exitX=0.5;exitY=1;exitDx=0;exitDy=0;entryX=0.5;entryY=0;entryDx=0;entryDy=0;" target="8e7wWEQGjRHLcxX856nX-41">
+           <mxGeometry relative="1" as="geometry">
+             <Array as="points">
+               <mxPoint x="580" y="720" />
+               <mxPoint x="500" y="720" />
+             </Array>
+           </mxGeometry>
+         </mxCell>
+         <mxCell id="8e7wWEQGjRHLcxX856nX-27" parent="1" style="rounded=1;whiteSpace=wrap;html=1;" value="" vertex="1">
+           <mxGeometry height="60" width="120" x="520" y="640" as="geometry" />
+         </mxCell>
+         <mxCell id="8e7wWEQGjRHLcxX856nX-28" parent="1" style="rounded=1;whiteSpace=wrap;html=1;" value="" vertex="1">
+           <mxGeometry height="60" width="120" x="680" y="640" as="geometry" />
+         </mxCell>
+         <mxCell id="8e7wWEQGjRHLcxX856nX-29" parent="1" style="rounded=1;whiteSpace=wrap;html=1;" value="" vertex="1">
+           <mxGeometry height="60" width="120" x="840" y="640" as="geometry" />
+         </mxCell>
+         <mxCell id="8e7wWEQGjRHLcxX856nX-34" parent="1" style="rounded=1;whiteSpace=wrap;html=1;" value="" vertex="1">
+           <mxGeometry height="60" width="120" x="600" y="720" as="geometry" />
+         </mxCell>
+         <mxCell id="8e7wWEQGjRHLcxX856nX-35" parent="1" style="rounded=1;whiteSpace=wrap;html=1;" value="" vertex="1">
+           <mxGeometry height="60" width="120" x="280" y="720" as="geometry" />
+         </mxCell>
+         <mxCell id="8e7wWEQGjRHLcxX856nX-37" parent="1" style="rounded=1;whiteSpace=wrap;html=1;" value="" vertex="1">
+           <mxGeometry height="60" width="120" x="280" y="840" as="geometry" />
+         </mxCell>
+         <mxCell id="8e7wWEQGjRHLcxX856nX-39" parent="1" style="rounded=1;whiteSpace=wrap;html=1;" value="" vertex="1">
+           <mxGeometry height="60" width="120" x="920" y="720" as="geometry" />
+         </mxCell>
+         <mxCell id="8e7wWEQGjRHLcxX856nX-40" parent="1" style="rounded=1;whiteSpace=wrap;html=1;" value="" vertex="1">
+           <mxGeometry height="60" width="120" x="920" y="840" as="geometry" />
+         </mxCell>
+         <mxCell id="8e7wWEQGjRHLcxX856nX-41" parent="1" style="rounded=1;whiteSpace=wrap;html=1;" value="" vertex="1">
+           <mxGeometry height="60" width="120" x="440" y="840" as="geometry" />
+         </mxCell>
+         <mxCell id="8e7wWEQGjRHLcxX856nX-42" parent="1" style="rounded=1;whiteSpace=wrap;html=1;" value="" vertex="1">
+           <mxGeometry height="60" width="120" x="760" y="840" as="geometry" />
+         </mxCell>
+         <mxCell id="8e7wWEQGjRHLcxX856nX-45" parent="1" style="rounded=1;whiteSpace=wrap;html=1;" value="" vertex="1">
+           <mxGeometry height="60" width="120" x="600" y="520" as="geometry" />
        </mxCell>
      </root>
    </mxGraphModel>
  </diagram>
</mxfile>
